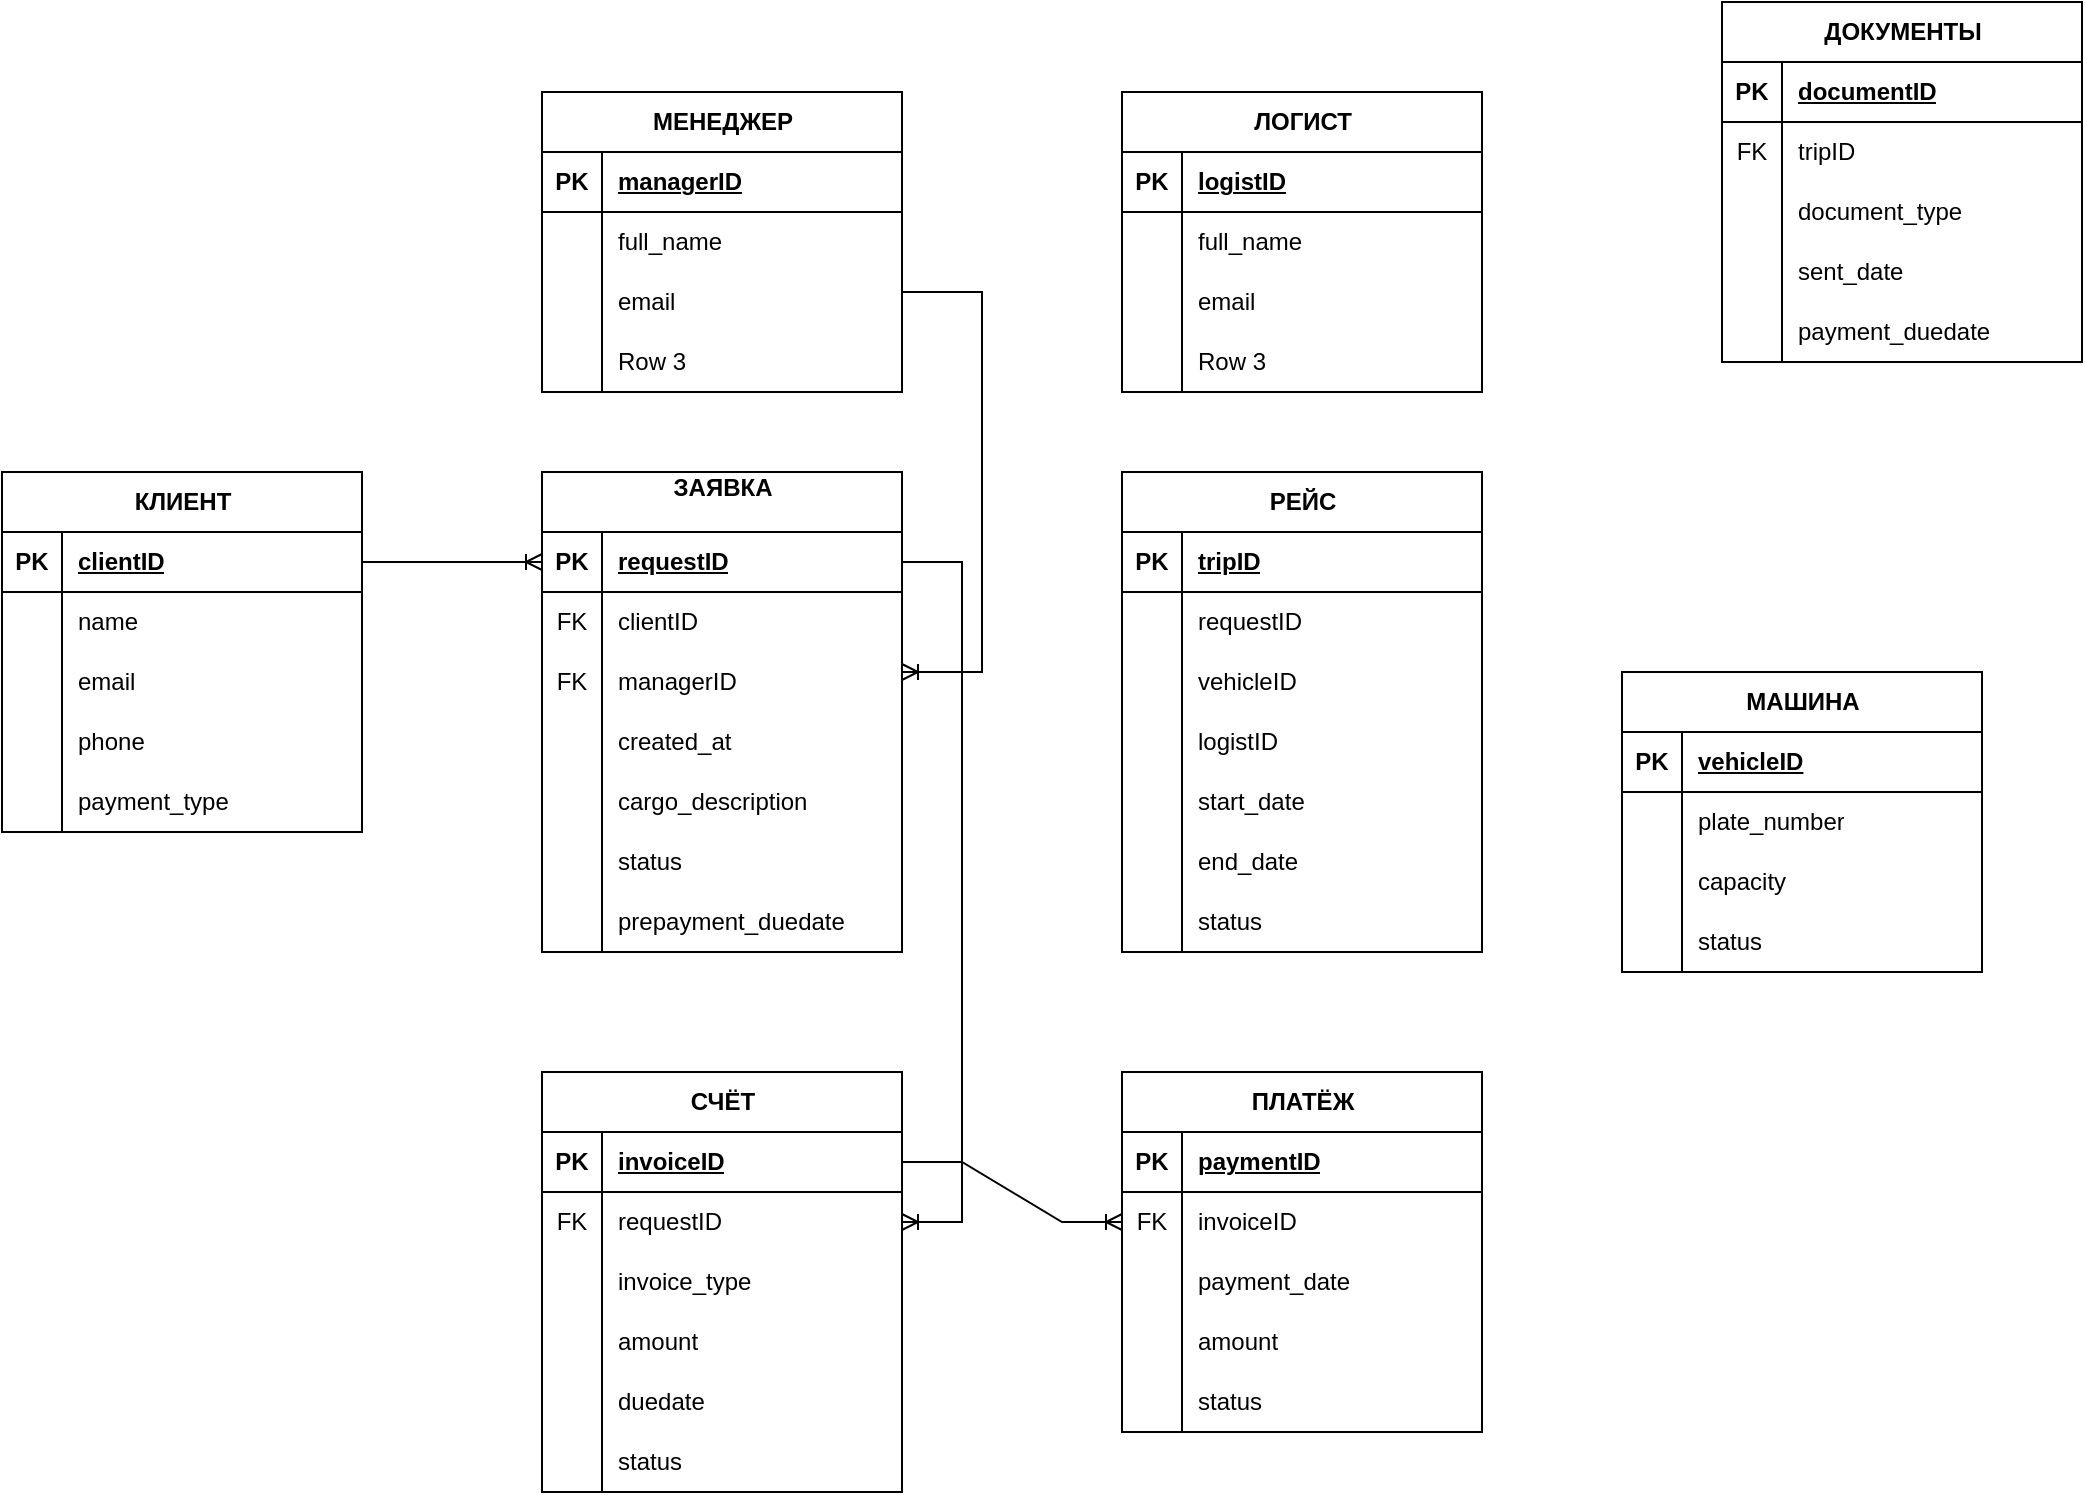
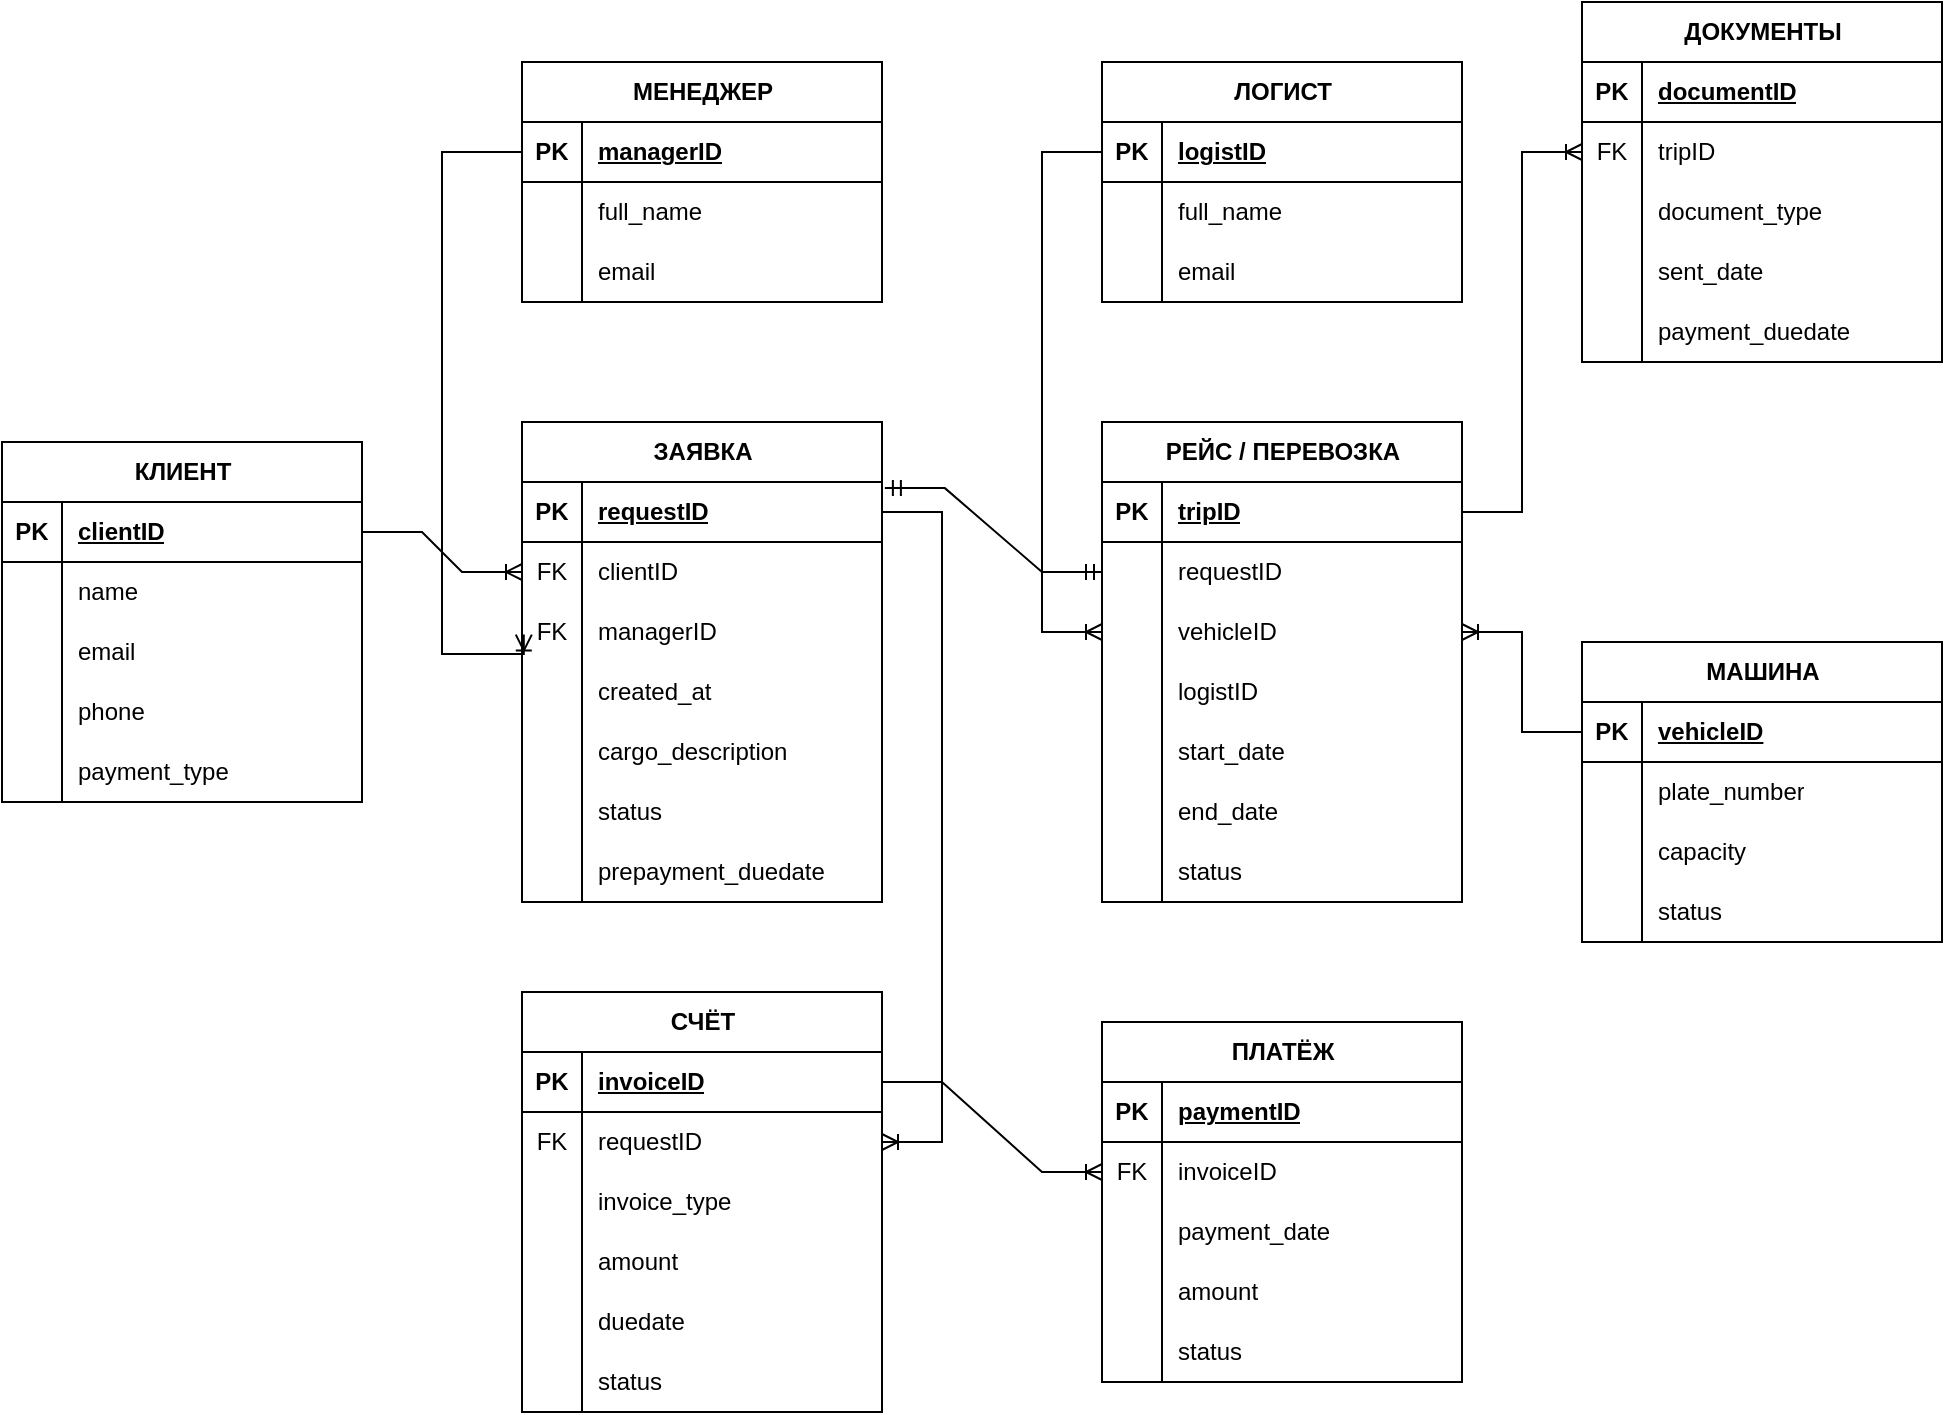
<mxfile host="app.diagrams.net" agent="5.0 (Macintosh; Intel Mac OS X 10_14_6) AppleWebKit/537.36 (KHTML, like Gecko) Chrome/83.0.4103.116 Safari/537.36">
  <diagram id="R2lEEEUBdFMjLlhIrx00" name="Page-1">
-     <mxGraphModel dx="1781" dy="855" grid="1" gridSize="10" guides="1" tooltips="1" connect="1" arrows="1" fold="1" page="1" pageScale="1" pageWidth="850" pageHeight="1100" math="0" shadow="0" extFonts="Permanent Marker^https://fonts.googleapis.com/css?family=Permanent+Marker">
+     <mxGraphModel dx="1875" dy="900" grid="1" gridSize="10" guides="1" tooltips="1" connect="1" arrows="1" fold="1" page="1" pageScale="1" pageWidth="850" pageHeight="1100" math="0" shadow="0" extFonts="Permanent Marker^https://fonts.googleapis.com/css?family=Permanent+Marker">
      <root>
        <mxCell id="0" />
        <mxCell id="1" parent="0" />
        <mxCell id="OnuUYCShp_7tIGQlhjLA-103" parent="1" style="shape=table;startSize=30;container=1;collapsible=1;childLayout=tableLayout;fixedRows=1;rowLines=0;fontStyle=1;align=center;resizeLast=1;html=1;" value="КЛИЕНТ" vertex="1">
-           <mxGeometry height="180" width="180" x="130" y="380" as="geometry" />
+           <mxGeometry height="180" width="180" x="140" y="380" as="geometry" />
        </mxCell>
        <mxCell id="OnuUYCShp_7tIGQlhjLA-104" parent="OnuUYCShp_7tIGQlhjLA-103" style="shape=tableRow;horizontal=0;startSize=0;swimlaneHead=0;swimlaneBody=0;fillColor=none;collapsible=0;dropTarget=0;points=[[0,0.5],[1,0.5]];portConstraint=eastwest;top=0;left=0;right=0;bottom=1;" value="" vertex="1">
          <mxGeometry height="30" width="180" y="30" as="geometry" />
        </mxCell>
        <mxCell id="OnuUYCShp_7tIGQlhjLA-105" parent="OnuUYCShp_7tIGQlhjLA-104" style="shape=partialRectangle;connectable=0;fillColor=none;top=0;left=0;bottom=0;right=0;fontStyle=1;overflow=hidden;whiteSpace=wrap;html=1;" value="PK" vertex="1">
          <mxGeometry height="30" width="30" as="geometry">
            <mxRectangle height="30" width="30" as="alternateBounds" />
          </mxGeometry>
        </mxCell>
        <mxCell id="OnuUYCShp_7tIGQlhjLA-106" parent="OnuUYCShp_7tIGQlhjLA-104" style="shape=partialRectangle;connectable=0;fillColor=none;top=0;left=0;bottom=0;right=0;align=left;spacingLeft=6;fontStyle=5;overflow=hidden;whiteSpace=wrap;html=1;" value="clientID" vertex="1">
          <mxGeometry height="30" width="150" x="30" as="geometry">
            <mxRectangle height="30" width="150" as="alternateBounds" />
          </mxGeometry>
        </mxCell>
        <mxCell id="OnuUYCShp_7tIGQlhjLA-107" parent="OnuUYCShp_7tIGQlhjLA-103" style="shape=tableRow;horizontal=0;startSize=0;swimlaneHead=0;swimlaneBody=0;fillColor=none;collapsible=0;dropTarget=0;points=[[0,0.5],[1,0.5]];portConstraint=eastwest;top=0;left=0;right=0;bottom=0;" value="" vertex="1">
          <mxGeometry height="30" width="180" y="60" as="geometry" />
        </mxCell>
        <mxCell id="OnuUYCShp_7tIGQlhjLA-108" parent="OnuUYCShp_7tIGQlhjLA-107" style="shape=partialRectangle;connectable=0;fillColor=none;top=0;left=0;bottom=0;right=0;editable=1;overflow=hidden;whiteSpace=wrap;html=1;" value="" vertex="1">
          <mxGeometry height="30" width="30" as="geometry">
            <mxRectangle height="30" width="30" as="alternateBounds" />
          </mxGeometry>
        </mxCell>
        <mxCell id="OnuUYCShp_7tIGQlhjLA-109" parent="OnuUYCShp_7tIGQlhjLA-107" style="shape=partialRectangle;connectable=0;fillColor=none;top=0;left=0;bottom=0;right=0;align=left;spacingLeft=6;overflow=hidden;whiteSpace=wrap;html=1;" value="name" vertex="1">
          <mxGeometry height="30" width="150" x="30" as="geometry">
            <mxRectangle height="30" width="150" as="alternateBounds" />
          </mxGeometry>
        </mxCell>
        <mxCell id="OnuUYCShp_7tIGQlhjLA-110" parent="OnuUYCShp_7tIGQlhjLA-103" style="shape=tableRow;horizontal=0;startSize=0;swimlaneHead=0;swimlaneBody=0;fillColor=none;collapsible=0;dropTarget=0;points=[[0,0.5],[1,0.5]];portConstraint=eastwest;top=0;left=0;right=0;bottom=0;" value="" vertex="1">
          <mxGeometry height="30" width="180" y="90" as="geometry" />
        </mxCell>
        <mxCell id="OnuUYCShp_7tIGQlhjLA-111" parent="OnuUYCShp_7tIGQlhjLA-110" style="shape=partialRectangle;connectable=0;fillColor=none;top=0;left=0;bottom=0;right=0;editable=1;overflow=hidden;whiteSpace=wrap;html=1;" value="" vertex="1">
          <mxGeometry height="30" width="30" as="geometry">
            <mxRectangle height="30" width="30" as="alternateBounds" />
          </mxGeometry>
        </mxCell>
        <mxCell id="OnuUYCShp_7tIGQlhjLA-112" parent="OnuUYCShp_7tIGQlhjLA-110" style="shape=partialRectangle;connectable=0;fillColor=none;top=0;left=0;bottom=0;right=0;align=left;spacingLeft=6;overflow=hidden;whiteSpace=wrap;html=1;" value="email" vertex="1">
          <mxGeometry height="30" width="150" x="30" as="geometry">
            <mxRectangle height="30" width="150" as="alternateBounds" />
          </mxGeometry>
        </mxCell>
        <mxCell id="OnuUYCShp_7tIGQlhjLA-113" parent="OnuUYCShp_7tIGQlhjLA-103" style="shape=tableRow;horizontal=0;startSize=0;swimlaneHead=0;swimlaneBody=0;fillColor=none;collapsible=0;dropTarget=0;points=[[0,0.5],[1,0.5]];portConstraint=eastwest;top=0;left=0;right=0;bottom=0;" value="" vertex="1">
          <mxGeometry height="30" width="180" y="120" as="geometry" />
        </mxCell>
        <mxCell id="OnuUYCShp_7tIGQlhjLA-114" parent="OnuUYCShp_7tIGQlhjLA-113" style="shape=partialRectangle;connectable=0;fillColor=none;top=0;left=0;bottom=0;right=0;editable=1;overflow=hidden;whiteSpace=wrap;html=1;" value="" vertex="1">
          <mxGeometry height="30" width="30" as="geometry">
            <mxRectangle height="30" width="30" as="alternateBounds" />
          </mxGeometry>
        </mxCell>
        <mxCell id="OnuUYCShp_7tIGQlhjLA-115" parent="OnuUYCShp_7tIGQlhjLA-113" style="shape=partialRectangle;connectable=0;fillColor=none;top=0;left=0;bottom=0;right=0;align=left;spacingLeft=6;overflow=hidden;whiteSpace=wrap;html=1;" value="phone" vertex="1">
          <mxGeometry height="30" width="150" x="30" as="geometry">
            <mxRectangle height="30" width="150" as="alternateBounds" />
          </mxGeometry>
        </mxCell>
        <mxCell id="OnuUYCShp_7tIGQlhjLA-211" parent="OnuUYCShp_7tIGQlhjLA-103" style="shape=tableRow;horizontal=0;startSize=0;swimlaneHead=0;swimlaneBody=0;fillColor=none;collapsible=0;dropTarget=0;points=[[0,0.5],[1,0.5]];portConstraint=eastwest;top=0;left=0;right=0;bottom=0;" value="" vertex="1">
          <mxGeometry height="30" width="180" y="150" as="geometry" />
        </mxCell>
        <mxCell id="OnuUYCShp_7tIGQlhjLA-212" parent="OnuUYCShp_7tIGQlhjLA-211" style="shape=partialRectangle;connectable=0;fillColor=none;top=0;left=0;bottom=0;right=0;editable=1;overflow=hidden;whiteSpace=wrap;html=1;" value="" vertex="1">
          <mxGeometry height="30" width="30" as="geometry">
            <mxRectangle height="30" width="30" as="alternateBounds" />
          </mxGeometry>
        </mxCell>
        <mxCell id="OnuUYCShp_7tIGQlhjLA-213" parent="OnuUYCShp_7tIGQlhjLA-211" style="shape=partialRectangle;connectable=0;fillColor=none;top=0;left=0;bottom=0;right=0;align=left;spacingLeft=6;overflow=hidden;whiteSpace=wrap;html=1;" value="payment_type" vertex="1">
          <mxGeometry height="30" width="150" x="30" as="geometry">
            <mxRectangle height="30" width="150" as="alternateBounds" />
          </mxGeometry>
        </mxCell>
-         <mxCell id="OnuUYCShp_7tIGQlhjLA-116" parent="1" style="shape=table;startSize=30;container=1;collapsible=1;childLayout=tableLayout;fixedRows=1;rowLines=0;fontStyle=1;align=center;resizeLast=1;html=1;" value="ЗАЯВКА&lt;div&gt;&lt;br&gt;&lt;/div&gt;" vertex="1">
-           <mxGeometry height="240" width="180" x="400" y="380" as="geometry" />
+         <mxCell id="OnuUYCShp_7tIGQlhjLA-116" parent="1" style="shape=table;startSize=30;container=1;collapsible=1;childLayout=tableLayout;fixedRows=1;rowLines=0;fontStyle=1;align=center;resizeLast=1;html=1;" value="ЗАЯВКА" vertex="1">
+           <mxGeometry height="240" width="180" x="400" y="370" as="geometry" />
        </mxCell>
        <mxCell id="OnuUYCShp_7tIGQlhjLA-117" parent="OnuUYCShp_7tIGQlhjLA-116" style="shape=tableRow;horizontal=0;startSize=0;swimlaneHead=0;swimlaneBody=0;fillColor=none;collapsible=0;dropTarget=0;points=[[0,0.5],[1,0.5]];portConstraint=eastwest;top=0;left=0;right=0;bottom=1;" value="" vertex="1">
          <mxGeometry height="30" width="180" y="30" as="geometry" />
        </mxCell>
        <mxCell id="OnuUYCShp_7tIGQlhjLA-118" parent="OnuUYCShp_7tIGQlhjLA-117" style="shape=partialRectangle;connectable=0;fillColor=none;top=0;left=0;bottom=0;right=0;fontStyle=1;overflow=hidden;whiteSpace=wrap;html=1;" value="PK" vertex="1">
          <mxGeometry height="30" width="30" as="geometry">
            <mxRectangle height="30" width="30" as="alternateBounds" />
          </mxGeometry>
        </mxCell>
        <mxCell id="OnuUYCShp_7tIGQlhjLA-119" parent="OnuUYCShp_7tIGQlhjLA-117" style="shape=partialRectangle;connectable=0;fillColor=none;top=0;left=0;bottom=0;right=0;align=left;spacingLeft=6;fontStyle=5;overflow=hidden;whiteSpace=wrap;html=1;" value="requestID" vertex="1">
          <mxGeometry height="30" width="150" x="30" as="geometry">
            <mxRectangle height="30" width="150" as="alternateBounds" />
          </mxGeometry>
        </mxCell>
        <mxCell id="OnuUYCShp_7tIGQlhjLA-120" parent="OnuUYCShp_7tIGQlhjLA-116" style="shape=tableRow;horizontal=0;startSize=0;swimlaneHead=0;swimlaneBody=0;fillColor=none;collapsible=0;dropTarget=0;points=[[0,0.5],[1,0.5]];portConstraint=eastwest;top=0;left=0;right=0;bottom=0;" value="" vertex="1">
          <mxGeometry height="30" width="180" y="60" as="geometry" />
        </mxCell>
        <mxCell id="OnuUYCShp_7tIGQlhjLA-121" parent="OnuUYCShp_7tIGQlhjLA-120" style="shape=partialRectangle;connectable=0;fillColor=none;top=0;left=0;bottom=0;right=0;editable=1;overflow=hidden;whiteSpace=wrap;html=1;" value="FK" vertex="1">
          <mxGeometry height="30" width="30" as="geometry">
            <mxRectangle height="30" width="30" as="alternateBounds" />
          </mxGeometry>
        </mxCell>
        <mxCell id="OnuUYCShp_7tIGQlhjLA-122" parent="OnuUYCShp_7tIGQlhjLA-120" style="shape=partialRectangle;connectable=0;fillColor=none;top=0;left=0;bottom=0;right=0;align=left;spacingLeft=6;overflow=hidden;whiteSpace=wrap;html=1;" value="clientID" vertex="1">
          <mxGeometry height="30" width="150" x="30" as="geometry">
            <mxRectangle height="30" width="150" as="alternateBounds" />
          </mxGeometry>
        </mxCell>
        <mxCell id="OnuUYCShp_7tIGQlhjLA-123" parent="OnuUYCShp_7tIGQlhjLA-116" style="shape=tableRow;horizontal=0;startSize=0;swimlaneHead=0;swimlaneBody=0;fillColor=none;collapsible=0;dropTarget=0;points=[[0,0.5],[1,0.5]];portConstraint=eastwest;top=0;left=0;right=0;bottom=0;" value="" vertex="1">
          <mxGeometry height="30" width="180" y="90" as="geometry" />
        </mxCell>
        <mxCell id="OnuUYCShp_7tIGQlhjLA-124" parent="OnuUYCShp_7tIGQlhjLA-123" style="shape=partialRectangle;connectable=0;fillColor=none;top=0;left=0;bottom=0;right=0;editable=1;overflow=hidden;whiteSpace=wrap;html=1;" value="FK" vertex="1">
          <mxGeometry height="30" width="30" as="geometry">
            <mxRectangle height="30" width="30" as="alternateBounds" />
          </mxGeometry>
        </mxCell>
        <mxCell id="OnuUYCShp_7tIGQlhjLA-125" parent="OnuUYCShp_7tIGQlhjLA-123" style="shape=partialRectangle;connectable=0;fillColor=none;top=0;left=0;bottom=0;right=0;align=left;spacingLeft=6;overflow=hidden;whiteSpace=wrap;html=1;" value="managerID" vertex="1">
          <mxGeometry height="30" width="150" x="30" as="geometry">
            <mxRectangle height="30" width="150" as="alternateBounds" />
          </mxGeometry>
        </mxCell>
        <mxCell id="OnuUYCShp_7tIGQlhjLA-126" parent="OnuUYCShp_7tIGQlhjLA-116" style="shape=tableRow;horizontal=0;startSize=0;swimlaneHead=0;swimlaneBody=0;fillColor=none;collapsible=0;dropTarget=0;points=[[0,0.5],[1,0.5]];portConstraint=eastwest;top=0;left=0;right=0;bottom=0;" value="" vertex="1">
          <mxGeometry height="30" width="180" y="120" as="geometry" />
        </mxCell>
        <mxCell id="OnuUYCShp_7tIGQlhjLA-127" parent="OnuUYCShp_7tIGQlhjLA-126" style="shape=partialRectangle;connectable=0;fillColor=none;top=0;left=0;bottom=0;right=0;editable=1;overflow=hidden;whiteSpace=wrap;html=1;" value="" vertex="1">
          <mxGeometry height="30" width="30" as="geometry">
            <mxRectangle height="30" width="30" as="alternateBounds" />
          </mxGeometry>
        </mxCell>
        <mxCell id="OnuUYCShp_7tIGQlhjLA-128" parent="OnuUYCShp_7tIGQlhjLA-126" style="shape=partialRectangle;connectable=0;fillColor=none;top=0;left=0;bottom=0;right=0;align=left;spacingLeft=6;overflow=hidden;whiteSpace=wrap;html=1;" value="created_at" vertex="1">
          <mxGeometry height="30" width="150" x="30" as="geometry">
            <mxRectangle height="30" width="150" as="alternateBounds" />
          </mxGeometry>
        </mxCell>
        <mxCell id="OnuUYCShp_7tIGQlhjLA-227" parent="OnuUYCShp_7tIGQlhjLA-116" style="shape=tableRow;horizontal=0;startSize=0;swimlaneHead=0;swimlaneBody=0;fillColor=none;collapsible=0;dropTarget=0;points=[[0,0.5],[1,0.5]];portConstraint=eastwest;top=0;left=0;right=0;bottom=0;" value="" vertex="1">
          <mxGeometry height="30" width="180" y="150" as="geometry" />
        </mxCell>
        <mxCell id="OnuUYCShp_7tIGQlhjLA-228" parent="OnuUYCShp_7tIGQlhjLA-227" style="shape=partialRectangle;connectable=0;fillColor=none;top=0;left=0;bottom=0;right=0;editable=1;overflow=hidden;whiteSpace=wrap;html=1;" value="" vertex="1">
          <mxGeometry height="30" width="30" as="geometry">
            <mxRectangle height="30" width="30" as="alternateBounds" />
          </mxGeometry>
        </mxCell>
        <mxCell id="OnuUYCShp_7tIGQlhjLA-229" parent="OnuUYCShp_7tIGQlhjLA-227" style="shape=partialRectangle;connectable=0;fillColor=none;top=0;left=0;bottom=0;right=0;align=left;spacingLeft=6;overflow=hidden;whiteSpace=wrap;html=1;" value="cargo_description" vertex="1">
          <mxGeometry height="30" width="150" x="30" as="geometry">
            <mxRectangle height="30" width="150" as="alternateBounds" />
          </mxGeometry>
        </mxCell>
        <mxCell id="OnuUYCShp_7tIGQlhjLA-230" parent="OnuUYCShp_7tIGQlhjLA-116" style="shape=tableRow;horizontal=0;startSize=0;swimlaneHead=0;swimlaneBody=0;fillColor=none;collapsible=0;dropTarget=0;points=[[0,0.5],[1,0.5]];portConstraint=eastwest;top=0;left=0;right=0;bottom=0;" value="" vertex="1">
          <mxGeometry height="30" width="180" y="180" as="geometry" />
        </mxCell>
        <mxCell id="OnuUYCShp_7tIGQlhjLA-231" parent="OnuUYCShp_7tIGQlhjLA-230" style="shape=partialRectangle;connectable=0;fillColor=none;top=0;left=0;bottom=0;right=0;editable=1;overflow=hidden;whiteSpace=wrap;html=1;" value="" vertex="1">
          <mxGeometry height="30" width="30" as="geometry">
            <mxRectangle height="30" width="30" as="alternateBounds" />
          </mxGeometry>
        </mxCell>
        <mxCell id="OnuUYCShp_7tIGQlhjLA-232" parent="OnuUYCShp_7tIGQlhjLA-230" style="shape=partialRectangle;connectable=0;fillColor=none;top=0;left=0;bottom=0;right=0;align=left;spacingLeft=6;overflow=hidden;whiteSpace=wrap;html=1;" value="status" vertex="1">
          <mxGeometry height="30" width="150" x="30" as="geometry">
            <mxRectangle height="30" width="150" as="alternateBounds" />
          </mxGeometry>
        </mxCell>
        <mxCell id="OnuUYCShp_7tIGQlhjLA-233" parent="OnuUYCShp_7tIGQlhjLA-116" style="shape=tableRow;horizontal=0;startSize=0;swimlaneHead=0;swimlaneBody=0;fillColor=none;collapsible=0;dropTarget=0;points=[[0,0.5],[1,0.5]];portConstraint=eastwest;top=0;left=0;right=0;bottom=0;" value="" vertex="1">
          <mxGeometry height="30" width="180" y="210" as="geometry" />
        </mxCell>
        <mxCell id="OnuUYCShp_7tIGQlhjLA-234" parent="OnuUYCShp_7tIGQlhjLA-233" style="shape=partialRectangle;connectable=0;fillColor=none;top=0;left=0;bottom=0;right=0;editable=1;overflow=hidden;whiteSpace=wrap;html=1;" value="" vertex="1">
          <mxGeometry height="30" width="30" as="geometry">
            <mxRectangle height="30" width="30" as="alternateBounds" />
          </mxGeometry>
        </mxCell>
        <mxCell id="OnuUYCShp_7tIGQlhjLA-235" parent="OnuUYCShp_7tIGQlhjLA-233" style="shape=partialRectangle;connectable=0;fillColor=none;top=0;left=0;bottom=0;right=0;align=left;spacingLeft=6;overflow=hidden;whiteSpace=wrap;html=1;" value="prepayment_duedate" vertex="1">
          <mxGeometry height="30" width="150" x="30" as="geometry">
            <mxRectangle height="30" width="150" as="alternateBounds" />
          </mxGeometry>
        </mxCell>
        <mxCell id="OnuUYCShp_7tIGQlhjLA-129" parent="1" style="shape=table;startSize=30;container=1;collapsible=1;childLayout=tableLayout;fixedRows=1;rowLines=0;fontStyle=1;align=center;resizeLast=1;html=1;" value="СЧЁТ" vertex="1">
-           <mxGeometry height="210" width="180" x="400" y="680" as="geometry" />
+           <mxGeometry height="210" width="180" x="400" y="655" as="geometry" />
        </mxCell>
        <mxCell id="OnuUYCShp_7tIGQlhjLA-130" parent="OnuUYCShp_7tIGQlhjLA-129" style="shape=tableRow;horizontal=0;startSize=0;swimlaneHead=0;swimlaneBody=0;fillColor=none;collapsible=0;dropTarget=0;points=[[0,0.5],[1,0.5]];portConstraint=eastwest;top=0;left=0;right=0;bottom=1;" value="" vertex="1">
          <mxGeometry height="30" width="180" y="30" as="geometry" />
        </mxCell>
        <mxCell id="OnuUYCShp_7tIGQlhjLA-131" parent="OnuUYCShp_7tIGQlhjLA-130" style="shape=partialRectangle;connectable=0;fillColor=none;top=0;left=0;bottom=0;right=0;fontStyle=1;overflow=hidden;whiteSpace=wrap;html=1;" value="PK" vertex="1">
          <mxGeometry height="30" width="30" as="geometry">
            <mxRectangle height="30" width="30" as="alternateBounds" />
          </mxGeometry>
        </mxCell>
        <mxCell id="OnuUYCShp_7tIGQlhjLA-132" parent="OnuUYCShp_7tIGQlhjLA-130" style="shape=partialRectangle;connectable=0;fillColor=none;top=0;left=0;bottom=0;right=0;align=left;spacingLeft=6;fontStyle=5;overflow=hidden;whiteSpace=wrap;html=1;" value="invoiceID" vertex="1">
          <mxGeometry height="30" width="150" x="30" as="geometry">
            <mxRectangle height="30" width="150" as="alternateBounds" />
          </mxGeometry>
        </mxCell>
        <mxCell id="OnuUYCShp_7tIGQlhjLA-133" parent="OnuUYCShp_7tIGQlhjLA-129" style="shape=tableRow;horizontal=0;startSize=0;swimlaneHead=0;swimlaneBody=0;fillColor=none;collapsible=0;dropTarget=0;points=[[0,0.5],[1,0.5]];portConstraint=eastwest;top=0;left=0;right=0;bottom=0;" value="" vertex="1">
          <mxGeometry height="30" width="180" y="60" as="geometry" />
        </mxCell>
        <mxCell id="OnuUYCShp_7tIGQlhjLA-134" parent="OnuUYCShp_7tIGQlhjLA-133" style="shape=partialRectangle;connectable=0;fillColor=none;top=0;left=0;bottom=0;right=0;editable=1;overflow=hidden;whiteSpace=wrap;html=1;" value="FK" vertex="1">
          <mxGeometry height="30" width="30" as="geometry">
            <mxRectangle height="30" width="30" as="alternateBounds" />
          </mxGeometry>
        </mxCell>
        <mxCell id="OnuUYCShp_7tIGQlhjLA-135" parent="OnuUYCShp_7tIGQlhjLA-133" style="shape=partialRectangle;connectable=0;fillColor=none;top=0;left=0;bottom=0;right=0;align=left;spacingLeft=6;overflow=hidden;whiteSpace=wrap;html=1;" value="requestID" vertex="1">
          <mxGeometry height="30" width="150" x="30" as="geometry">
            <mxRectangle height="30" width="150" as="alternateBounds" />
          </mxGeometry>
        </mxCell>
        <mxCell id="OnuUYCShp_7tIGQlhjLA-136" parent="OnuUYCShp_7tIGQlhjLA-129" style="shape=tableRow;horizontal=0;startSize=0;swimlaneHead=0;swimlaneBody=0;fillColor=none;collapsible=0;dropTarget=0;points=[[0,0.5],[1,0.5]];portConstraint=eastwest;top=0;left=0;right=0;bottom=0;" value="" vertex="1">
          <mxGeometry height="30" width="180" y="90" as="geometry" />
        </mxCell>
        <mxCell id="OnuUYCShp_7tIGQlhjLA-137" parent="OnuUYCShp_7tIGQlhjLA-136" style="shape=partialRectangle;connectable=0;fillColor=none;top=0;left=0;bottom=0;right=0;editable=1;overflow=hidden;whiteSpace=wrap;html=1;" value="" vertex="1">
          <mxGeometry height="30" width="30" as="geometry">
            <mxRectangle height="30" width="30" as="alternateBounds" />
          </mxGeometry>
        </mxCell>
        <mxCell id="OnuUYCShp_7tIGQlhjLA-138" parent="OnuUYCShp_7tIGQlhjLA-136" style="shape=partialRectangle;connectable=0;fillColor=none;top=0;left=0;bottom=0;right=0;align=left;spacingLeft=6;overflow=hidden;whiteSpace=wrap;html=1;" value="invoice_type" vertex="1">
          <mxGeometry height="30" width="150" x="30" as="geometry">
            <mxRectangle height="30" width="150" as="alternateBounds" />
          </mxGeometry>
        </mxCell>
        <mxCell id="OnuUYCShp_7tIGQlhjLA-139" parent="OnuUYCShp_7tIGQlhjLA-129" style="shape=tableRow;horizontal=0;startSize=0;swimlaneHead=0;swimlaneBody=0;fillColor=none;collapsible=0;dropTarget=0;points=[[0,0.5],[1,0.5]];portConstraint=eastwest;top=0;left=0;right=0;bottom=0;" value="" vertex="1">
          <mxGeometry height="30" width="180" y="120" as="geometry" />
        </mxCell>
        <mxCell id="OnuUYCShp_7tIGQlhjLA-140" parent="OnuUYCShp_7tIGQlhjLA-139" style="shape=partialRectangle;connectable=0;fillColor=none;top=0;left=0;bottom=0;right=0;editable=1;overflow=hidden;whiteSpace=wrap;html=1;" value="" vertex="1">
          <mxGeometry height="30" width="30" as="geometry">
            <mxRectangle height="30" width="30" as="alternateBounds" />
          </mxGeometry>
        </mxCell>
        <mxCell id="OnuUYCShp_7tIGQlhjLA-141" parent="OnuUYCShp_7tIGQlhjLA-139" style="shape=partialRectangle;connectable=0;fillColor=none;top=0;left=0;bottom=0;right=0;align=left;spacingLeft=6;overflow=hidden;whiteSpace=wrap;html=1;" value="amount" vertex="1">
          <mxGeometry height="30" width="150" x="30" as="geometry">
            <mxRectangle height="30" width="150" as="alternateBounds" />
          </mxGeometry>
        </mxCell>
        <mxCell id="OnuUYCShp_7tIGQlhjLA-236" parent="OnuUYCShp_7tIGQlhjLA-129" style="shape=tableRow;horizontal=0;startSize=0;swimlaneHead=0;swimlaneBody=0;fillColor=none;collapsible=0;dropTarget=0;points=[[0,0.5],[1,0.5]];portConstraint=eastwest;top=0;left=0;right=0;bottom=0;" value="" vertex="1">
          <mxGeometry height="30" width="180" y="150" as="geometry" />
        </mxCell>
        <mxCell id="OnuUYCShp_7tIGQlhjLA-237" parent="OnuUYCShp_7tIGQlhjLA-236" style="shape=partialRectangle;connectable=0;fillColor=none;top=0;left=0;bottom=0;right=0;editable=1;overflow=hidden;whiteSpace=wrap;html=1;" value="" vertex="1">
          <mxGeometry height="30" width="30" as="geometry">
            <mxRectangle height="30" width="30" as="alternateBounds" />
          </mxGeometry>
        </mxCell>
        <mxCell id="OnuUYCShp_7tIGQlhjLA-238" parent="OnuUYCShp_7tIGQlhjLA-236" style="shape=partialRectangle;connectable=0;fillColor=none;top=0;left=0;bottom=0;right=0;align=left;spacingLeft=6;overflow=hidden;whiteSpace=wrap;html=1;" value="duedate" vertex="1">
          <mxGeometry height="30" width="150" x="30" as="geometry">
            <mxRectangle height="30" width="150" as="alternateBounds" />
          </mxGeometry>
        </mxCell>
        <mxCell id="OnuUYCShp_7tIGQlhjLA-239" parent="OnuUYCShp_7tIGQlhjLA-129" style="shape=tableRow;horizontal=0;startSize=0;swimlaneHead=0;swimlaneBody=0;fillColor=none;collapsible=0;dropTarget=0;points=[[0,0.5],[1,0.5]];portConstraint=eastwest;top=0;left=0;right=0;bottom=0;" value="" vertex="1">
          <mxGeometry height="30" width="180" y="180" as="geometry" />
        </mxCell>
        <mxCell id="OnuUYCShp_7tIGQlhjLA-240" parent="OnuUYCShp_7tIGQlhjLA-239" style="shape=partialRectangle;connectable=0;fillColor=none;top=0;left=0;bottom=0;right=0;editable=1;overflow=hidden;whiteSpace=wrap;html=1;" value="" vertex="1">
          <mxGeometry height="30" width="30" as="geometry">
            <mxRectangle height="30" width="30" as="alternateBounds" />
          </mxGeometry>
        </mxCell>
        <mxCell id="OnuUYCShp_7tIGQlhjLA-241" parent="OnuUYCShp_7tIGQlhjLA-239" style="shape=partialRectangle;connectable=0;fillColor=none;top=0;left=0;bottom=0;right=0;align=left;spacingLeft=6;overflow=hidden;whiteSpace=wrap;html=1;" value="status" vertex="1">
          <mxGeometry height="30" width="150" x="30" as="geometry">
            <mxRectangle height="30" width="150" as="alternateBounds" />
          </mxGeometry>
        </mxCell>
-         <mxCell id="OnuUYCShp_7tIGQlhjLA-142" parent="1" style="shape=table;startSize=30;container=1;collapsible=1;childLayout=tableLayout;fixedRows=1;rowLines=0;fontStyle=1;align=center;resizeLast=1;html=1;" value="РЕЙС&lt;span style=&quot;color: rgba(0, 0, 0, 0); font-family: monospace; font-size: 0px; font-weight: 400; text-align: start;&quot;&gt;%3CmxGraphModel%3E%3Croot%3E%3CmxCell%20id%3D%220%22%2F%3E%3CmxCell%20id%3D%221%22%20parent%3D%220%22%2F%3E%3CmxCell%20id%3D%222%22%20parent%3D%221%22%20style%3D%22shape%3Dtable%3BstartSize%3D30%3Bcontainer%3D1%3Bcollapsible%3D1%3BchildLayout%3DtableLayout%3BfixedRows%3D1%3BrowLines%3D0%3BfontStyle%3D1%3Balign%3Dcenter%3BresizeLast%3D1%3Bhtml%3D1%3B%22%20value%3D%22%D0%9A%D0%9B%D0%98%D0%95%D0%9D%D0%A2%22%20vertex%3D%221%22%3E%3CmxGeometry%20height%3D%22150%22%20width%3D%22180%22%20x%3D%2270%22%20y%3D%22410%22%20as%3D%22geometry%22%2F%3E%3C%2FmxCell%3E%3CmxCell%20id%3D%223%22%20parent%3D%222%22%20style%3D%22shape%3DtableRow%3Bhorizontal%3D0%3BstartSize%3D0%3BswimlaneHead%3D0%3BswimlaneBody%3D0%3BfillColor%3Dnone%3Bcollapsible%3D0%3BdropTarget%3D0%3Bpoints%3D%5B%5B0%2C0.5%5D%2C%5B1%2C0.5%5D%5D%3BportConstraint%3Deastwest%3Btop%3D0%3Bleft%3D0%3Bright%3D0%3Bbottom%3D1%3B%22%20value%3D%22%22%20vertex%3D%221%22%3E%3CmxGeometry%20height%3D%2230%22%20width%3D%22180%22%20y%3D%2230%22%20as%3D%22geometry%22%2F%3E%3C%2FmxCell%3E%3CmxCell%20id%3D%224%22%20parent%3D%223%22%20style%3D%22shape%3DpartialRectangle%3Bconnectable%3D0%3BfillColor%3Dnone%3Btop%3D0%3Bleft%3D0%3Bbottom%3D0%3Bright%3D0%3BfontStyle%3D1%3Boverflow%3Dhidden%3BwhiteSpace%3Dwrap%3Bhtml%3D1%3B%22%20value%3D%22PK%22%20vertex%3D%221%22%3E%3CmxGeometry%20height%3D%2230%22%20width%3D%2230%22%20as%3D%22geometry%22%3E%3CmxRectangle%20height%3D%2230%22%20width%3D%2230%22%20as%3D%22alternateBounds%22%2F%3E%3C%2FmxGeometry%3E%3C%2FmxCell%3E%3CmxCell%20id%3D%225%22%20parent%3D%223%22%20style%3D%22shape%3DpartialRectangle%3Bconnectable%3D0%3BfillColor%3Dnone%3Btop%3D0%3Bleft%3D0%3Bbottom%3D0%3Bright%3D0%3Balign%3Dleft%3BspacingLeft%3D6%3BfontStyle%3D5%3Boverflow%3Dhidden%3BwhiteSpace%3Dwrap%3Bhtml%3D1%3B%22%20value%3D%22UniqueID%22%20vertex%3D%221%22%3E%3CmxGeometry%20height%3D%2230%22%20width%3D%22150%22%20x%3D%2230%22%20as%3D%22geometry%22%3E%3CmxRectangle%20height%3D%2230%22%20width%3D%22150%22%20as%3D%22alternateBounds%22%2F%3E%3C%2FmxGeometry%3E%3C%2FmxCell%3E%3CmxCell%20id%3D%226%22%20parent%3D%222%22%20style%3D%22shape%3DtableRow%3Bhorizontal%3D0%3BstartSize%3D0%3BswimlaneHead%3D0%3BswimlaneBody%3D0%3BfillColor%3Dnone%3Bcollapsible%3D0%3BdropTarget%3D0%3Bpoints%3D%5B%5B0%2C0.5%5D%2C%5B1%2C0.5%5D%5D%3BportConstraint%3Deastwest%3Btop%3D0%3Bleft%3D0%3Bright%3D0%3Bbottom%3D0%3B%22%20value%3D%22%22%20vertex%3D%221%22%3E%3CmxGeometry%20height%3D%2230%22%20width%3D%22180%22%20y%3D%2260%22%20as%3D%22geometry%22%2F%3E%3C%2FmxCell%3E%3CmxCell%20id%3D%227%22%20parent%3D%226%22%20style%3D%22shape%3DpartialRectangle%3Bconnectable%3D0%3BfillColor%3Dnone%3Btop%3D0%3Bleft%3D0%3Bbottom%3D0%3Bright%3D0%3Beditable%3D1%3Boverflow%3Dhidden%3BwhiteSpace%3Dwrap%3Bhtml%3D1%3B%22%20value%3D%22%22%20vertex%3D%221%22%3E%3CmxGeometry%20height%3D%2230%22%20width%3D%2230%22%20as%3D%22geometry%22%3E%3CmxRectangle%20height%3D%2230%22%20width%3D%2230%22%20as%3D%22alternateBounds%22%2F%3E%3C%2FmxGeometry%3E%3C%2FmxCell%3E%3CmxCell%20id%3D%228%22%20parent%3D%226%22%20style%3D%22shape%3DpartialRectangle%3Bconnectable%3D0%3BfillColor%3Dnone%3Btop%3D0%3Bleft%3D0%3Bbottom%3D0%3Bright%3D0%3Balign%3Dleft%3BspacingLeft%3D6%3Boverflow%3Dhidden%3BwhiteSpace%3Dwrap%3Bhtml%3D1%3B%22%20value%3D%22Row%201%22%20vertex%3D%221%22%3E%3CmxGeometry%20height%3D%2230%22%20width%3D%22150%22%20x%3D%2230%22%20as%3D%22geometry%22%3E%3CmxRectangle%20height%3D%2230%22%20width%3D%22150%22%20as%3D%22alternateBounds%22%2F%3E%3C%2FmxGeometry%3E%3C%2FmxCell%3E%3CmxCell%20id%3D%229%22%20parent%3D%222%22%20style%3D%22shape%3DtableRow%3Bhorizontal%3D0%3BstartSize%3D0%3BswimlaneHead%3D0%3BswimlaneBody%3D0%3BfillColor%3Dnone%3Bcollapsible%3D0%3BdropTarget%3D0%3Bpoints%3D%5B%5B0%2C0.5%5D%2C%5B1%2C0.5%5D%5D%3BportConstraint%3Deastwest%3Btop%3D0%3Bleft%3D0%3Bright%3D0%3Bbottom%3D0%3B%22%20value%3D%22%22%20vertex%3D%221%22%3E%3CmxGeometry%20height%3D%2230%22%20width%3D%22180%22%20y%3D%2290%22%20as%3D%22geometry%22%2F%3E%3C%2FmxCell%3E%3CmxCell%20id%3D%2210%22%20parent%3D%229%22%20style%3D%22shape%3DpartialRectangle%3Bconnectable%3D0%3BfillColor%3Dnone%3Btop%3D0%3Bleft%3D0%3Bbottom%3D0%3Bright%3D0%3Beditable%3D1%3Boverflow%3Dhidden%3BwhiteSpace%3Dwrap%3Bhtml%3D1%3B%22%20value%3D%22%22%20vertex%3D%221%22%3E%3CmxGeometry%20height%3D%2230%22%20width%3D%2230%22%20as%3D%22geometry%22%3E%3CmxRectangle%20height%3D%2230%22%20width%3D%2230%22%20as%3D%22alternateBounds%22%2F%3E%3C%2FmxGeometry%3E%3C%2FmxCell%3E%3CmxCell%20id%3D%2211%22%20parent%3D%229%22%20style%3D%22shape%3DpartialRectangle%3Bconnectable%3D0%3BfillColor%3Dnone%3Btop%3D0%3Bleft%3D0%3Bbottom%3D0%3Bright%3D0%3Balign%3Dleft%3BspacingLeft%3D6%3Boverflow%3Dhidden%3BwhiteSpace%3Dwrap%3Bhtml%3D1%3B%22%20value%3D%22Row%202%22%20vertex%3D%221%22%3E%3CmxGeometry%20height%3D%2230%22%20width%3D%22150%22%20x%3D%2230%22%20as%3D%22geometry%22%3E%3CmxRectangle%20height%3D%2230%22%20width%3D%22150%22%20as%3D%22alternateBounds%22%2F%3E%3C%2FmxGeometry%3E%3C%2FmxCell%3E%3CmxCell%20id%3D%2212%22%20parent%3D%222%22%20style%3D%22shape%3DtableRow%3Bhorizontal%3D0%3BstartSize%3D0%3BswimlaneHead%3D0%3BswimlaneBody%3D0%3BfillColor%3Dnone%3Bcollapsible%3D0%3BdropTarget%3D0%3Bpoints%3D%5B%5B0%2C0.5%5D%2C%5B1%2C0.5%5D%5D%3BportConstraint%3Deastwest%3Btop%3D0%3Bleft%3D0%3Bright%3D0%3Bbottom%3D0%3B%22%20value%3D%22%22%20vertex%3D%221%22%3E%3CmxGeometry%20height%3D%2230%22%20width%3D%22180%22%20y%3D%22120%22%20as%3D%22geometry%22%2F%3E%3C%2FmxCell%3E%3CmxCell%20id%3D%2213%22%20parent%3D%2212%22%20style%3D%22shape%3DpartialRectangle%3Bconnectable%3D0%3BfillColor%3Dnone%3Btop%3D0%3Bleft%3D0%3Bbottom%3D0%3Bright%3D0%3Beditable%3D1%3Boverflow%3Dhidden%3BwhiteSpace%3Dwrap%3Bhtml%3D1%3B%22%20value%3D%22%22%20vertex%3D%221%22%3E%3CmxGeometry%20height%3D%2230%22%20width%3D%2230%22%20as%3D%22geometry%22%3E%3CmxRectangle%20height%3D%2230%22%20width%3D%2230%22%20as%3D%22alternateBounds%22%2F%3E%3C%2FmxGeometry%3E%3C%2FmxCell%3E%3CmxCell%20id%3D%2214%22%20parent%3D%2212%22%20style%3D%22shape%3DpartialRectangle%3Bconnectable%3D0%3BfillColor%3Dnone%3Btop%3D0%3Bleft%3D0%3Bbottom%3D0%3Bright%3D0%3Balign%3Dleft%3BspacingLeft%3D6%3Boverflow%3Dhidden%3BwhiteSpace%3Dwrap%3Bhtml%3D1%3B%22%20value%3D%22Row%203%22%20vertex%3D%221%22%3E%3CmxGeometry%20height%3D%2230%22%20width%3D%22150%22%20x%3D%2230%22%20as%3D%22geometry%22%3E%3CmxRectangle%20height%3D%2230%22%20width%3D%22150%22%20as%3D%22alternateBounds%22%2F%3E%3C%2FmxGeometry%3E%3C%2FmxCell%3E%3C%2Froot%3E%3C%2FmxGraphModel%3E&lt;/span&gt;" vertex="1">
-           <mxGeometry height="240" width="180" x="690" y="380" as="geometry" />
+         <mxCell id="OnuUYCShp_7tIGQlhjLA-142" parent="1" style="shape=table;startSize=30;container=1;collapsible=1;childLayout=tableLayout;fixedRows=1;rowLines=0;fontStyle=1;align=center;resizeLast=1;html=1;" value="РЕЙС / ПЕРЕВОЗКА" vertex="1">
+           <mxGeometry height="240" width="180" x="690" y="370" as="geometry" />
        </mxCell>
        <mxCell id="OnuUYCShp_7tIGQlhjLA-143" parent="OnuUYCShp_7tIGQlhjLA-142" style="shape=tableRow;horizontal=0;startSize=0;swimlaneHead=0;swimlaneBody=0;fillColor=none;collapsible=0;dropTarget=0;points=[[0,0.5],[1,0.5]];portConstraint=eastwest;top=0;left=0;right=0;bottom=1;" value="" vertex="1">
          <mxGeometry height="30" width="180" y="30" as="geometry" />
        </mxCell>
        <mxCell id="OnuUYCShp_7tIGQlhjLA-144" parent="OnuUYCShp_7tIGQlhjLA-143" style="shape=partialRectangle;connectable=0;fillColor=none;top=0;left=0;bottom=0;right=0;fontStyle=1;overflow=hidden;whiteSpace=wrap;html=1;" value="PK" vertex="1">
          <mxGeometry height="30" width="30" as="geometry">
            <mxRectangle height="30" width="30" as="alternateBounds" />
          </mxGeometry>
        </mxCell>
        <mxCell id="OnuUYCShp_7tIGQlhjLA-145" parent="OnuUYCShp_7tIGQlhjLA-143" style="shape=partialRectangle;connectable=0;fillColor=none;top=0;left=0;bottom=0;right=0;align=left;spacingLeft=6;fontStyle=5;overflow=hidden;whiteSpace=wrap;html=1;" value="tripID" vertex="1">
          <mxGeometry height="30" width="150" x="30" as="geometry">
            <mxRectangle height="30" width="150" as="alternateBounds" />
          </mxGeometry>
        </mxCell>
        <mxCell id="OnuUYCShp_7tIGQlhjLA-146" parent="OnuUYCShp_7tIGQlhjLA-142" style="shape=tableRow;horizontal=0;startSize=0;swimlaneHead=0;swimlaneBody=0;fillColor=none;collapsible=0;dropTarget=0;points=[[0,0.5],[1,0.5]];portConstraint=eastwest;top=0;left=0;right=0;bottom=0;" value="" vertex="1">
          <mxGeometry height="30" width="180" y="60" as="geometry" />
        </mxCell>
        <mxCell id="OnuUYCShp_7tIGQlhjLA-147" parent="OnuUYCShp_7tIGQlhjLA-146" style="shape=partialRectangle;connectable=0;fillColor=none;top=0;left=0;bottom=0;right=0;editable=1;overflow=hidden;whiteSpace=wrap;html=1;" value="" vertex="1">
          <mxGeometry height="30" width="30" as="geometry">
            <mxRectangle height="30" width="30" as="alternateBounds" />
          </mxGeometry>
        </mxCell>
        <mxCell id="OnuUYCShp_7tIGQlhjLA-148" parent="OnuUYCShp_7tIGQlhjLA-146" style="shape=partialRectangle;connectable=0;fillColor=none;top=0;left=0;bottom=0;right=0;align=left;spacingLeft=6;overflow=hidden;whiteSpace=wrap;html=1;" value="requestID" vertex="1">
          <mxGeometry height="30" width="150" x="30" as="geometry">
            <mxRectangle height="30" width="150" as="alternateBounds" />
          </mxGeometry>
        </mxCell>
        <mxCell id="OnuUYCShp_7tIGQlhjLA-149" parent="OnuUYCShp_7tIGQlhjLA-142" style="shape=tableRow;horizontal=0;startSize=0;swimlaneHead=0;swimlaneBody=0;fillColor=none;collapsible=0;dropTarget=0;points=[[0,0.5],[1,0.5]];portConstraint=eastwest;top=0;left=0;right=0;bottom=0;" value="" vertex="1">
          <mxGeometry height="30" width="180" y="90" as="geometry" />
        </mxCell>
        <mxCell id="OnuUYCShp_7tIGQlhjLA-150" parent="OnuUYCShp_7tIGQlhjLA-149" style="shape=partialRectangle;connectable=0;fillColor=none;top=0;left=0;bottom=0;right=0;editable=1;overflow=hidden;whiteSpace=wrap;html=1;" value="" vertex="1">
          <mxGeometry height="30" width="30" as="geometry">
            <mxRectangle height="30" width="30" as="alternateBounds" />
          </mxGeometry>
        </mxCell>
        <mxCell id="OnuUYCShp_7tIGQlhjLA-151" parent="OnuUYCShp_7tIGQlhjLA-149" style="shape=partialRectangle;connectable=0;fillColor=none;top=0;left=0;bottom=0;right=0;align=left;spacingLeft=6;overflow=hidden;whiteSpace=wrap;html=1;" value="vehicleID" vertex="1">
          <mxGeometry height="30" width="150" x="30" as="geometry">
            <mxRectangle height="30" width="150" as="alternateBounds" />
          </mxGeometry>
        </mxCell>
        <mxCell id="OnuUYCShp_7tIGQlhjLA-152" parent="OnuUYCShp_7tIGQlhjLA-142" style="shape=tableRow;horizontal=0;startSize=0;swimlaneHead=0;swimlaneBody=0;fillColor=none;collapsible=0;dropTarget=0;points=[[0,0.5],[1,0.5]];portConstraint=eastwest;top=0;left=0;right=0;bottom=0;" value="" vertex="1">
          <mxGeometry height="30" width="180" y="120" as="geometry" />
        </mxCell>
        <mxCell id="OnuUYCShp_7tIGQlhjLA-153" parent="OnuUYCShp_7tIGQlhjLA-152" style="shape=partialRectangle;connectable=0;fillColor=none;top=0;left=0;bottom=0;right=0;editable=1;overflow=hidden;whiteSpace=wrap;html=1;" value="" vertex="1">
          <mxGeometry height="30" width="30" as="geometry">
            <mxRectangle height="30" width="30" as="alternateBounds" />
          </mxGeometry>
        </mxCell>
        <mxCell id="OnuUYCShp_7tIGQlhjLA-154" parent="OnuUYCShp_7tIGQlhjLA-152" style="shape=partialRectangle;connectable=0;fillColor=none;top=0;left=0;bottom=0;right=0;align=left;spacingLeft=6;overflow=hidden;whiteSpace=wrap;html=1;" value="logistID" vertex="1">
          <mxGeometry height="30" width="150" x="30" as="geometry">
            <mxRectangle height="30" width="150" as="alternateBounds" />
          </mxGeometry>
        </mxCell>
        <mxCell id="OnuUYCShp_7tIGQlhjLA-274" parent="OnuUYCShp_7tIGQlhjLA-142" style="shape=tableRow;horizontal=0;startSize=0;swimlaneHead=0;swimlaneBody=0;fillColor=none;collapsible=0;dropTarget=0;points=[[0,0.5],[1,0.5]];portConstraint=eastwest;top=0;left=0;right=0;bottom=0;" value="" vertex="1">
          <mxGeometry height="30" width="180" y="150" as="geometry" />
        </mxCell>
        <mxCell id="OnuUYCShp_7tIGQlhjLA-275" parent="OnuUYCShp_7tIGQlhjLA-274" style="shape=partialRectangle;connectable=0;fillColor=none;top=0;left=0;bottom=0;right=0;editable=1;overflow=hidden;whiteSpace=wrap;html=1;" value="" vertex="1">
          <mxGeometry height="30" width="30" as="geometry">
            <mxRectangle height="30" width="30" as="alternateBounds" />
          </mxGeometry>
        </mxCell>
        <mxCell id="OnuUYCShp_7tIGQlhjLA-276" parent="OnuUYCShp_7tIGQlhjLA-274" style="shape=partialRectangle;connectable=0;fillColor=none;top=0;left=0;bottom=0;right=0;align=left;spacingLeft=6;overflow=hidden;whiteSpace=wrap;html=1;" value="start_date" vertex="1">
          <mxGeometry height="30" width="150" x="30" as="geometry">
            <mxRectangle height="30" width="150" as="alternateBounds" />
          </mxGeometry>
        </mxCell>
        <mxCell id="OnuUYCShp_7tIGQlhjLA-277" parent="OnuUYCShp_7tIGQlhjLA-142" style="shape=tableRow;horizontal=0;startSize=0;swimlaneHead=0;swimlaneBody=0;fillColor=none;collapsible=0;dropTarget=0;points=[[0,0.5],[1,0.5]];portConstraint=eastwest;top=0;left=0;right=0;bottom=0;" value="" vertex="1">
          <mxGeometry height="30" width="180" y="180" as="geometry" />
        </mxCell>
        <mxCell id="OnuUYCShp_7tIGQlhjLA-278" parent="OnuUYCShp_7tIGQlhjLA-277" style="shape=partialRectangle;connectable=0;fillColor=none;top=0;left=0;bottom=0;right=0;editable=1;overflow=hidden;whiteSpace=wrap;html=1;" value="" vertex="1">
          <mxGeometry height="30" width="30" as="geometry">
            <mxRectangle height="30" width="30" as="alternateBounds" />
          </mxGeometry>
        </mxCell>
        <mxCell id="OnuUYCShp_7tIGQlhjLA-279" parent="OnuUYCShp_7tIGQlhjLA-277" style="shape=partialRectangle;connectable=0;fillColor=none;top=0;left=0;bottom=0;right=0;align=left;spacingLeft=6;overflow=hidden;whiteSpace=wrap;html=1;" value="end_date" vertex="1">
          <mxGeometry height="30" width="150" x="30" as="geometry">
            <mxRectangle height="30" width="150" as="alternateBounds" />
          </mxGeometry>
        </mxCell>
        <mxCell id="OnuUYCShp_7tIGQlhjLA-280" parent="OnuUYCShp_7tIGQlhjLA-142" style="shape=tableRow;horizontal=0;startSize=0;swimlaneHead=0;swimlaneBody=0;fillColor=none;collapsible=0;dropTarget=0;points=[[0,0.5],[1,0.5]];portConstraint=eastwest;top=0;left=0;right=0;bottom=0;" value="" vertex="1">
          <mxGeometry height="30" width="180" y="210" as="geometry" />
        </mxCell>
        <mxCell id="OnuUYCShp_7tIGQlhjLA-281" parent="OnuUYCShp_7tIGQlhjLA-280" style="shape=partialRectangle;connectable=0;fillColor=none;top=0;left=0;bottom=0;right=0;editable=1;overflow=hidden;whiteSpace=wrap;html=1;" value="" vertex="1">
          <mxGeometry height="30" width="30" as="geometry">
            <mxRectangle height="30" width="30" as="alternateBounds" />
          </mxGeometry>
        </mxCell>
        <mxCell id="OnuUYCShp_7tIGQlhjLA-282" parent="OnuUYCShp_7tIGQlhjLA-280" style="shape=partialRectangle;connectable=0;fillColor=none;top=0;left=0;bottom=0;right=0;align=left;spacingLeft=6;overflow=hidden;whiteSpace=wrap;html=1;" value="status" vertex="1">
          <mxGeometry height="30" width="150" x="30" as="geometry">
            <mxRectangle height="30" width="150" as="alternateBounds" />
          </mxGeometry>
        </mxCell>
        <mxCell id="OnuUYCShp_7tIGQlhjLA-155" parent="1" style="shape=table;startSize=30;container=1;collapsible=1;childLayout=tableLayout;fixedRows=1;rowLines=0;fontStyle=1;align=center;resizeLast=1;html=1;" value="МАШИНА" vertex="1">
-           <mxGeometry height="150" width="180" x="940" y="480" as="geometry" />
+           <mxGeometry height="150" width="180" x="930" y="480" as="geometry" />
        </mxCell>
        <mxCell id="OnuUYCShp_7tIGQlhjLA-156" parent="OnuUYCShp_7tIGQlhjLA-155" style="shape=tableRow;horizontal=0;startSize=0;swimlaneHead=0;swimlaneBody=0;fillColor=none;collapsible=0;dropTarget=0;points=[[0,0.5],[1,0.5]];portConstraint=eastwest;top=0;left=0;right=0;bottom=1;" value="" vertex="1">
          <mxGeometry height="30" width="180" y="30" as="geometry" />
        </mxCell>
        <mxCell id="OnuUYCShp_7tIGQlhjLA-157" parent="OnuUYCShp_7tIGQlhjLA-156" style="shape=partialRectangle;connectable=0;fillColor=none;top=0;left=0;bottom=0;right=0;fontStyle=1;overflow=hidden;whiteSpace=wrap;html=1;" value="PK" vertex="1">
          <mxGeometry height="30" width="30" as="geometry">
            <mxRectangle height="30" width="30" as="alternateBounds" />
          </mxGeometry>
        </mxCell>
        <mxCell id="OnuUYCShp_7tIGQlhjLA-158" parent="OnuUYCShp_7tIGQlhjLA-156" style="shape=partialRectangle;connectable=0;fillColor=none;top=0;left=0;bottom=0;right=0;align=left;spacingLeft=6;fontStyle=5;overflow=hidden;whiteSpace=wrap;html=1;" value="vehicleID" vertex="1">
          <mxGeometry height="30" width="150" x="30" as="geometry">
            <mxRectangle height="30" width="150" as="alternateBounds" />
          </mxGeometry>
        </mxCell>
        <mxCell id="OnuUYCShp_7tIGQlhjLA-159" parent="OnuUYCShp_7tIGQlhjLA-155" style="shape=tableRow;horizontal=0;startSize=0;swimlaneHead=0;swimlaneBody=0;fillColor=none;collapsible=0;dropTarget=0;points=[[0,0.5],[1,0.5]];portConstraint=eastwest;top=0;left=0;right=0;bottom=0;" value="" vertex="1">
          <mxGeometry height="30" width="180" y="60" as="geometry" />
        </mxCell>
        <mxCell id="OnuUYCShp_7tIGQlhjLA-160" parent="OnuUYCShp_7tIGQlhjLA-159" style="shape=partialRectangle;connectable=0;fillColor=none;top=0;left=0;bottom=0;right=0;editable=1;overflow=hidden;whiteSpace=wrap;html=1;" value="" vertex="1">
          <mxGeometry height="30" width="30" as="geometry">
            <mxRectangle height="30" width="30" as="alternateBounds" />
          </mxGeometry>
        </mxCell>
        <mxCell id="OnuUYCShp_7tIGQlhjLA-161" parent="OnuUYCShp_7tIGQlhjLA-159" style="shape=partialRectangle;connectable=0;fillColor=none;top=0;left=0;bottom=0;right=0;align=left;spacingLeft=6;overflow=hidden;whiteSpace=wrap;html=1;" value="plate_number" vertex="1">
          <mxGeometry height="30" width="150" x="30" as="geometry">
            <mxRectangle height="30" width="150" as="alternateBounds" />
          </mxGeometry>
        </mxCell>
        <mxCell id="OnuUYCShp_7tIGQlhjLA-162" parent="OnuUYCShp_7tIGQlhjLA-155" style="shape=tableRow;horizontal=0;startSize=0;swimlaneHead=0;swimlaneBody=0;fillColor=none;collapsible=0;dropTarget=0;points=[[0,0.5],[1,0.5]];portConstraint=eastwest;top=0;left=0;right=0;bottom=0;" value="" vertex="1">
          <mxGeometry height="30" width="180" y="90" as="geometry" />
        </mxCell>
        <mxCell id="OnuUYCShp_7tIGQlhjLA-163" parent="OnuUYCShp_7tIGQlhjLA-162" style="shape=partialRectangle;connectable=0;fillColor=none;top=0;left=0;bottom=0;right=0;editable=1;overflow=hidden;whiteSpace=wrap;html=1;" value="" vertex="1">
          <mxGeometry height="30" width="30" as="geometry">
            <mxRectangle height="30" width="30" as="alternateBounds" />
          </mxGeometry>
        </mxCell>
        <mxCell id="OnuUYCShp_7tIGQlhjLA-164" parent="OnuUYCShp_7tIGQlhjLA-162" style="shape=partialRectangle;connectable=0;fillColor=none;top=0;left=0;bottom=0;right=0;align=left;spacingLeft=6;overflow=hidden;whiteSpace=wrap;html=1;" value="capacity" vertex="1">
          <mxGeometry height="30" width="150" x="30" as="geometry">
            <mxRectangle height="30" width="150" as="alternateBounds" />
          </mxGeometry>
        </mxCell>
        <mxCell id="OnuUYCShp_7tIGQlhjLA-165" parent="OnuUYCShp_7tIGQlhjLA-155" style="shape=tableRow;horizontal=0;startSize=0;swimlaneHead=0;swimlaneBody=0;fillColor=none;collapsible=0;dropTarget=0;points=[[0,0.5],[1,0.5]];portConstraint=eastwest;top=0;left=0;right=0;bottom=0;" value="" vertex="1">
          <mxGeometry height="30" width="180" y="120" as="geometry" />
        </mxCell>
        <mxCell id="OnuUYCShp_7tIGQlhjLA-166" parent="OnuUYCShp_7tIGQlhjLA-165" style="shape=partialRectangle;connectable=0;fillColor=none;top=0;left=0;bottom=0;right=0;editable=1;overflow=hidden;whiteSpace=wrap;html=1;" value="" vertex="1">
          <mxGeometry height="30" width="30" as="geometry">
            <mxRectangle height="30" width="30" as="alternateBounds" />
          </mxGeometry>
        </mxCell>
        <mxCell id="OnuUYCShp_7tIGQlhjLA-167" parent="OnuUYCShp_7tIGQlhjLA-165" style="shape=partialRectangle;connectable=0;fillColor=none;top=0;left=0;bottom=0;right=0;align=left;spacingLeft=6;overflow=hidden;whiteSpace=wrap;html=1;" value="status" vertex="1">
          <mxGeometry height="30" width="150" x="30" as="geometry">
            <mxRectangle height="30" width="150" as="alternateBounds" />
          </mxGeometry>
        </mxCell>
        <mxCell id="OnuUYCShp_7tIGQlhjLA-168" parent="1" style="shape=table;startSize=30;container=1;collapsible=1;childLayout=tableLayout;fixedRows=1;rowLines=0;fontStyle=1;align=center;resizeLast=1;html=1;" value="МЕНЕДЖЕР" vertex="1">
-           <mxGeometry height="150" width="180" x="400" y="190" as="geometry" />
+           <mxGeometry height="120" width="180" x="400" y="190" as="geometry" />
        </mxCell>
        <mxCell id="OnuUYCShp_7tIGQlhjLA-169" parent="OnuUYCShp_7tIGQlhjLA-168" style="shape=tableRow;horizontal=0;startSize=0;swimlaneHead=0;swimlaneBody=0;fillColor=none;collapsible=0;dropTarget=0;points=[[0,0.5],[1,0.5]];portConstraint=eastwest;top=0;left=0;right=0;bottom=1;" value="" vertex="1">
          <mxGeometry height="30" width="180" y="30" as="geometry" />
        </mxCell>
        <mxCell id="OnuUYCShp_7tIGQlhjLA-170" parent="OnuUYCShp_7tIGQlhjLA-169" style="shape=partialRectangle;connectable=0;fillColor=none;top=0;left=0;bottom=0;right=0;fontStyle=1;overflow=hidden;whiteSpace=wrap;html=1;" value="PK" vertex="1">
          <mxGeometry height="30" width="30" as="geometry">
            <mxRectangle height="30" width="30" as="alternateBounds" />
          </mxGeometry>
        </mxCell>
        <mxCell id="OnuUYCShp_7tIGQlhjLA-171" parent="OnuUYCShp_7tIGQlhjLA-169" style="shape=partialRectangle;connectable=0;fillColor=none;top=0;left=0;bottom=0;right=0;align=left;spacingLeft=6;fontStyle=5;overflow=hidden;whiteSpace=wrap;html=1;" value="managerID" vertex="1">
          <mxGeometry height="30" width="150" x="30" as="geometry">
            <mxRectangle height="30" width="150" as="alternateBounds" />
          </mxGeometry>
        </mxCell>
        <mxCell id="OnuUYCShp_7tIGQlhjLA-172" parent="OnuUYCShp_7tIGQlhjLA-168" style="shape=tableRow;horizontal=0;startSize=0;swimlaneHead=0;swimlaneBody=0;fillColor=none;collapsible=0;dropTarget=0;points=[[0,0.5],[1,0.5]];portConstraint=eastwest;top=0;left=0;right=0;bottom=0;" value="" vertex="1">
          <mxGeometry height="30" width="180" y="60" as="geometry" />
        </mxCell>
        <mxCell id="OnuUYCShp_7tIGQlhjLA-173" parent="OnuUYCShp_7tIGQlhjLA-172" style="shape=partialRectangle;connectable=0;fillColor=none;top=0;left=0;bottom=0;right=0;editable=1;overflow=hidden;whiteSpace=wrap;html=1;" value="" vertex="1">
          <mxGeometry height="30" width="30" as="geometry">
            <mxRectangle height="30" width="30" as="alternateBounds" />
          </mxGeometry>
        </mxCell>
        <mxCell id="OnuUYCShp_7tIGQlhjLA-174" parent="OnuUYCShp_7tIGQlhjLA-172" style="shape=partialRectangle;connectable=0;fillColor=none;top=0;left=0;bottom=0;right=0;align=left;spacingLeft=6;overflow=hidden;whiteSpace=wrap;html=1;" value="full_name" vertex="1">
          <mxGeometry height="30" width="150" x="30" as="geometry">
            <mxRectangle height="30" width="150" as="alternateBounds" />
          </mxGeometry>
        </mxCell>
        <mxCell id="OnuUYCShp_7tIGQlhjLA-175" parent="OnuUYCShp_7tIGQlhjLA-168" style="shape=tableRow;horizontal=0;startSize=0;swimlaneHead=0;swimlaneBody=0;fillColor=none;collapsible=0;dropTarget=0;points=[[0,0.5],[1,0.5]];portConstraint=eastwest;top=0;left=0;right=0;bottom=0;" value="" vertex="1">
          <mxGeometry height="30" width="180" y="90" as="geometry" />
        </mxCell>
        <mxCell id="OnuUYCShp_7tIGQlhjLA-176" parent="OnuUYCShp_7tIGQlhjLA-175" style="shape=partialRectangle;connectable=0;fillColor=none;top=0;left=0;bottom=0;right=0;editable=1;overflow=hidden;whiteSpace=wrap;html=1;" value="" vertex="1">
          <mxGeometry height="30" width="30" as="geometry">
            <mxRectangle height="30" width="30" as="alternateBounds" />
          </mxGeometry>
        </mxCell>
        <mxCell id="OnuUYCShp_7tIGQlhjLA-177" parent="OnuUYCShp_7tIGQlhjLA-175" style="shape=partialRectangle;connectable=0;fillColor=none;top=0;left=0;bottom=0;right=0;align=left;spacingLeft=6;overflow=hidden;whiteSpace=wrap;html=1;" value="email" vertex="1">
          <mxGeometry height="30" width="150" x="30" as="geometry">
            <mxRectangle height="30" width="150" as="alternateBounds" />
          </mxGeometry>
        </mxCell>
-         <mxCell id="OnuUYCShp_7tIGQlhjLA-178" parent="OnuUYCShp_7tIGQlhjLA-168" style="shape=tableRow;horizontal=0;startSize=0;swimlaneHead=0;swimlaneBody=0;fillColor=none;collapsible=0;dropTarget=0;points=[[0,0.5],[1,0.5]];portConstraint=eastwest;top=0;left=0;right=0;bottom=0;" value="" vertex="1">
-           <mxGeometry height="30" width="180" y="120" as="geometry" />
-         </mxCell>
-         <mxCell id="OnuUYCShp_7tIGQlhjLA-179" parent="OnuUYCShp_7tIGQlhjLA-178" style="shape=partialRectangle;connectable=0;fillColor=none;top=0;left=0;bottom=0;right=0;editable=1;overflow=hidden;whiteSpace=wrap;html=1;" value="" vertex="1">
-           <mxGeometry height="30" width="30" as="geometry">
-             <mxRectangle height="30" width="30" as="alternateBounds" />
-           </mxGeometry>
-         </mxCell>
-         <mxCell id="OnuUYCShp_7tIGQlhjLA-180" parent="OnuUYCShp_7tIGQlhjLA-178" style="shape=partialRectangle;connectable=0;fillColor=none;top=0;left=0;bottom=0;right=0;align=left;spacingLeft=6;overflow=hidden;whiteSpace=wrap;html=1;" value="Row 3" vertex="1">
-           <mxGeometry height="30" width="150" x="30" as="geometry">
-             <mxRectangle height="30" width="150" as="alternateBounds" />
-           </mxGeometry>
-         </mxCell>
        <mxCell id="OnuUYCShp_7tIGQlhjLA-181" parent="1" style="shape=table;startSize=30;container=1;collapsible=1;childLayout=tableLayout;fixedRows=1;rowLines=0;fontStyle=1;align=center;resizeLast=1;html=1;" value="ПЛАТЁЖ" vertex="1">
-           <mxGeometry height="180" width="180" x="690" y="680" as="geometry" />
+           <mxGeometry height="180" width="180" x="690" y="670" as="geometry" />
        </mxCell>
        <mxCell id="OnuUYCShp_7tIGQlhjLA-182" parent="OnuUYCShp_7tIGQlhjLA-181" style="shape=tableRow;horizontal=0;startSize=0;swimlaneHead=0;swimlaneBody=0;fillColor=none;collapsible=0;dropTarget=0;points=[[0,0.5],[1,0.5]];portConstraint=eastwest;top=0;left=0;right=0;bottom=1;" value="" vertex="1">
          <mxGeometry height="30" width="180" y="30" as="geometry" />
        </mxCell>
        <mxCell id="OnuUYCShp_7tIGQlhjLA-183" parent="OnuUYCShp_7tIGQlhjLA-182" style="shape=partialRectangle;connectable=0;fillColor=none;top=0;left=0;bottom=0;right=0;fontStyle=1;overflow=hidden;whiteSpace=wrap;html=1;" value="PK" vertex="1">
          <mxGeometry height="30" width="30" as="geometry">
            <mxRectangle height="30" width="30" as="alternateBounds" />
          </mxGeometry>
        </mxCell>
        <mxCell id="OnuUYCShp_7tIGQlhjLA-184" parent="OnuUYCShp_7tIGQlhjLA-182" style="shape=partialRectangle;connectable=0;fillColor=none;top=0;left=0;bottom=0;right=0;align=left;spacingLeft=6;fontStyle=5;overflow=hidden;whiteSpace=wrap;html=1;" value="paymentID" vertex="1">
          <mxGeometry height="30" width="150" x="30" as="geometry">
            <mxRectangle height="30" width="150" as="alternateBounds" />
          </mxGeometry>
        </mxCell>
        <mxCell id="OnuUYCShp_7tIGQlhjLA-185" parent="OnuUYCShp_7tIGQlhjLA-181" style="shape=tableRow;horizontal=0;startSize=0;swimlaneHead=0;swimlaneBody=0;fillColor=none;collapsible=0;dropTarget=0;points=[[0,0.5],[1,0.5]];portConstraint=eastwest;top=0;left=0;right=0;bottom=0;" value="" vertex="1">
          <mxGeometry height="30" width="180" y="60" as="geometry" />
        </mxCell>
        <mxCell id="OnuUYCShp_7tIGQlhjLA-186" parent="OnuUYCShp_7tIGQlhjLA-185" style="shape=partialRectangle;connectable=0;fillColor=none;top=0;left=0;bottom=0;right=0;editable=1;overflow=hidden;whiteSpace=wrap;html=1;" value="FK" vertex="1">
          <mxGeometry height="30" width="30" as="geometry">
            <mxRectangle height="30" width="30" as="alternateBounds" />
          </mxGeometry>
        </mxCell>
        <mxCell id="OnuUYCShp_7tIGQlhjLA-187" parent="OnuUYCShp_7tIGQlhjLA-185" style="shape=partialRectangle;connectable=0;fillColor=none;top=0;left=0;bottom=0;right=0;align=left;spacingLeft=6;overflow=hidden;whiteSpace=wrap;html=1;" value="invoiceID" vertex="1">
          <mxGeometry height="30" width="150" x="30" as="geometry">
            <mxRectangle height="30" width="150" as="alternateBounds" />
          </mxGeometry>
        </mxCell>
        <mxCell id="OnuUYCShp_7tIGQlhjLA-188" parent="OnuUYCShp_7tIGQlhjLA-181" style="shape=tableRow;horizontal=0;startSize=0;swimlaneHead=0;swimlaneBody=0;fillColor=none;collapsible=0;dropTarget=0;points=[[0,0.5],[1,0.5]];portConstraint=eastwest;top=0;left=0;right=0;bottom=0;" value="" vertex="1">
          <mxGeometry height="30" width="180" y="90" as="geometry" />
        </mxCell>
        <mxCell id="OnuUYCShp_7tIGQlhjLA-189" parent="OnuUYCShp_7tIGQlhjLA-188" style="shape=partialRectangle;connectable=0;fillColor=none;top=0;left=0;bottom=0;right=0;editable=1;overflow=hidden;whiteSpace=wrap;html=1;" value="" vertex="1">
          <mxGeometry height="30" width="30" as="geometry">
            <mxRectangle height="30" width="30" as="alternateBounds" />
          </mxGeometry>
        </mxCell>
        <mxCell id="OnuUYCShp_7tIGQlhjLA-190" parent="OnuUYCShp_7tIGQlhjLA-188" style="shape=partialRectangle;connectable=0;fillColor=none;top=0;left=0;bottom=0;right=0;align=left;spacingLeft=6;overflow=hidden;whiteSpace=wrap;html=1;" value="payment_date" vertex="1">
          <mxGeometry height="30" width="150" x="30" as="geometry">
            <mxRectangle height="30" width="150" as="alternateBounds" />
          </mxGeometry>
        </mxCell>
        <mxCell id="OnuUYCShp_7tIGQlhjLA-191" parent="OnuUYCShp_7tIGQlhjLA-181" style="shape=tableRow;horizontal=0;startSize=0;swimlaneHead=0;swimlaneBody=0;fillColor=none;collapsible=0;dropTarget=0;points=[[0,0.5],[1,0.5]];portConstraint=eastwest;top=0;left=0;right=0;bottom=0;" value="" vertex="1">
          <mxGeometry height="30" width="180" y="120" as="geometry" />
        </mxCell>
        <mxCell id="OnuUYCShp_7tIGQlhjLA-192" parent="OnuUYCShp_7tIGQlhjLA-191" style="shape=partialRectangle;connectable=0;fillColor=none;top=0;left=0;bottom=0;right=0;editable=1;overflow=hidden;whiteSpace=wrap;html=1;" value="" vertex="1">
          <mxGeometry height="30" width="30" as="geometry">
            <mxRectangle height="30" width="30" as="alternateBounds" />
          </mxGeometry>
        </mxCell>
        <mxCell id="OnuUYCShp_7tIGQlhjLA-193" parent="OnuUYCShp_7tIGQlhjLA-191" style="shape=partialRectangle;connectable=0;fillColor=none;top=0;left=0;bottom=0;right=0;align=left;spacingLeft=6;overflow=hidden;whiteSpace=wrap;html=1;" value="amount" vertex="1">
          <mxGeometry height="30" width="150" x="30" as="geometry">
            <mxRectangle height="30" width="150" as="alternateBounds" />
          </mxGeometry>
        </mxCell>
        <mxCell id="OnuUYCShp_7tIGQlhjLA-258" parent="OnuUYCShp_7tIGQlhjLA-181" style="shape=tableRow;horizontal=0;startSize=0;swimlaneHead=0;swimlaneBody=0;fillColor=none;collapsible=0;dropTarget=0;points=[[0,0.5],[1,0.5]];portConstraint=eastwest;top=0;left=0;right=0;bottom=0;" value="" vertex="1">
          <mxGeometry height="30" width="180" y="150" as="geometry" />
        </mxCell>
        <mxCell id="OnuUYCShp_7tIGQlhjLA-259" parent="OnuUYCShp_7tIGQlhjLA-258" style="shape=partialRectangle;connectable=0;fillColor=none;top=0;left=0;bottom=0;right=0;editable=1;overflow=hidden;whiteSpace=wrap;html=1;" value="" vertex="1">
          <mxGeometry height="30" width="30" as="geometry">
            <mxRectangle height="30" width="30" as="alternateBounds" />
          </mxGeometry>
        </mxCell>
        <mxCell id="OnuUYCShp_7tIGQlhjLA-260" parent="OnuUYCShp_7tIGQlhjLA-258" style="shape=partialRectangle;connectable=0;fillColor=none;top=0;left=0;bottom=0;right=0;align=left;spacingLeft=6;overflow=hidden;whiteSpace=wrap;html=1;" value="status" vertex="1">
          <mxGeometry height="30" width="150" x="30" as="geometry">
            <mxRectangle height="30" width="150" as="alternateBounds" />
          </mxGeometry>
        </mxCell>
        <mxCell id="OnuUYCShp_7tIGQlhjLA-194" parent="1" style="shape=table;startSize=30;container=1;collapsible=1;childLayout=tableLayout;fixedRows=1;rowLines=0;fontStyle=1;align=center;resizeLast=1;html=1;" value="ЛОГИСТ" vertex="1">
-           <mxGeometry height="150" width="180" x="690" y="190" as="geometry" />
+           <mxGeometry height="120" width="180" x="690" y="190" as="geometry" />
        </mxCell>
        <mxCell id="OnuUYCShp_7tIGQlhjLA-195" parent="OnuUYCShp_7tIGQlhjLA-194" style="shape=tableRow;horizontal=0;startSize=0;swimlaneHead=0;swimlaneBody=0;fillColor=none;collapsible=0;dropTarget=0;points=[[0,0.5],[1,0.5]];portConstraint=eastwest;top=0;left=0;right=0;bottom=1;" value="" vertex="1">
          <mxGeometry height="30" width="180" y="30" as="geometry" />
        </mxCell>
        <mxCell id="OnuUYCShp_7tIGQlhjLA-196" parent="OnuUYCShp_7tIGQlhjLA-195" style="shape=partialRectangle;connectable=0;fillColor=none;top=0;left=0;bottom=0;right=0;fontStyle=1;overflow=hidden;whiteSpace=wrap;html=1;" value="PK" vertex="1">
          <mxGeometry height="30" width="30" as="geometry">
            <mxRectangle height="30" width="30" as="alternateBounds" />
          </mxGeometry>
        </mxCell>
        <mxCell id="OnuUYCShp_7tIGQlhjLA-197" parent="OnuUYCShp_7tIGQlhjLA-195" style="shape=partialRectangle;connectable=0;fillColor=none;top=0;left=0;bottom=0;right=0;align=left;spacingLeft=6;fontStyle=5;overflow=hidden;whiteSpace=wrap;html=1;" value="logistID" vertex="1">
          <mxGeometry height="30" width="150" x="30" as="geometry">
            <mxRectangle height="30" width="150" as="alternateBounds" />
          </mxGeometry>
        </mxCell>
        <mxCell id="OnuUYCShp_7tIGQlhjLA-198" parent="OnuUYCShp_7tIGQlhjLA-194" style="shape=tableRow;horizontal=0;startSize=0;swimlaneHead=0;swimlaneBody=0;fillColor=none;collapsible=0;dropTarget=0;points=[[0,0.5],[1,0.5]];portConstraint=eastwest;top=0;left=0;right=0;bottom=0;" value="" vertex="1">
          <mxGeometry height="30" width="180" y="60" as="geometry" />
        </mxCell>
        <mxCell id="OnuUYCShp_7tIGQlhjLA-199" parent="OnuUYCShp_7tIGQlhjLA-198" style="shape=partialRectangle;connectable=0;fillColor=none;top=0;left=0;bottom=0;right=0;editable=1;overflow=hidden;whiteSpace=wrap;html=1;" value="" vertex="1">
          <mxGeometry height="30" width="30" as="geometry">
            <mxRectangle height="30" width="30" as="alternateBounds" />
          </mxGeometry>
        </mxCell>
        <mxCell id="OnuUYCShp_7tIGQlhjLA-200" parent="OnuUYCShp_7tIGQlhjLA-198" style="shape=partialRectangle;connectable=0;fillColor=none;top=0;left=0;bottom=0;right=0;align=left;spacingLeft=6;overflow=hidden;whiteSpace=wrap;html=1;" value="full_name" vertex="1">
          <mxGeometry height="30" width="150" x="30" as="geometry">
            <mxRectangle height="30" width="150" as="alternateBounds" />
          </mxGeometry>
        </mxCell>
        <mxCell id="OnuUYCShp_7tIGQlhjLA-201" parent="OnuUYCShp_7tIGQlhjLA-194" style="shape=tableRow;horizontal=0;startSize=0;swimlaneHead=0;swimlaneBody=0;fillColor=none;collapsible=0;dropTarget=0;points=[[0,0.5],[1,0.5]];portConstraint=eastwest;top=0;left=0;right=0;bottom=0;" value="" vertex="1">
          <mxGeometry height="30" width="180" y="90" as="geometry" />
        </mxCell>
        <mxCell id="OnuUYCShp_7tIGQlhjLA-202" parent="OnuUYCShp_7tIGQlhjLA-201" style="shape=partialRectangle;connectable=0;fillColor=none;top=0;left=0;bottom=0;right=0;editable=1;overflow=hidden;whiteSpace=wrap;html=1;" value="" vertex="1">
          <mxGeometry height="30" width="30" as="geometry">
            <mxRectangle height="30" width="30" as="alternateBounds" />
          </mxGeometry>
        </mxCell>
        <mxCell id="OnuUYCShp_7tIGQlhjLA-203" parent="OnuUYCShp_7tIGQlhjLA-201" style="shape=partialRectangle;connectable=0;fillColor=none;top=0;left=0;bottom=0;right=0;align=left;spacingLeft=6;overflow=hidden;whiteSpace=wrap;html=1;" value="email" vertex="1">
          <mxGeometry height="30" width="150" x="30" as="geometry">
            <mxRectangle height="30" width="150" as="alternateBounds" />
          </mxGeometry>
        </mxCell>
-         <mxCell id="OnuUYCShp_7tIGQlhjLA-204" parent="OnuUYCShp_7tIGQlhjLA-194" style="shape=tableRow;horizontal=0;startSize=0;swimlaneHead=0;swimlaneBody=0;fillColor=none;collapsible=0;dropTarget=0;points=[[0,0.5],[1,0.5]];portConstraint=eastwest;top=0;left=0;right=0;bottom=0;" value="" vertex="1">
-           <mxGeometry height="30" width="180" y="120" as="geometry" />
-         </mxCell>
-         <mxCell id="OnuUYCShp_7tIGQlhjLA-205" parent="OnuUYCShp_7tIGQlhjLA-204" style="shape=partialRectangle;connectable=0;fillColor=none;top=0;left=0;bottom=0;right=0;editable=1;overflow=hidden;whiteSpace=wrap;html=1;" value="" vertex="1">
-           <mxGeometry height="30" width="30" as="geometry">
-             <mxRectangle height="30" width="30" as="alternateBounds" />
-           </mxGeometry>
-         </mxCell>
-         <mxCell id="OnuUYCShp_7tIGQlhjLA-206" parent="OnuUYCShp_7tIGQlhjLA-204" style="shape=partialRectangle;connectable=0;fillColor=none;top=0;left=0;bottom=0;right=0;align=left;spacingLeft=6;overflow=hidden;whiteSpace=wrap;html=1;" value="Row 3" vertex="1">
-           <mxGeometry height="30" width="150" x="30" as="geometry">
-             <mxRectangle height="30" width="150" as="alternateBounds" />
-           </mxGeometry>
-         </mxCell>
        <mxCell id="OnuUYCShp_7tIGQlhjLA-284" parent="1" style="shape=table;startSize=30;container=1;collapsible=1;childLayout=tableLayout;fixedRows=1;rowLines=0;fontStyle=1;align=center;resizeLast=1;html=1;" value="ДОКУМЕНТЫ" vertex="1">
-           <mxGeometry height="180" width="180" x="990" y="145" as="geometry" />
+           <mxGeometry height="180" width="180" x="930" y="160" as="geometry" />
        </mxCell>
        <mxCell id="OnuUYCShp_7tIGQlhjLA-285" parent="OnuUYCShp_7tIGQlhjLA-284" style="shape=tableRow;horizontal=0;startSize=0;swimlaneHead=0;swimlaneBody=0;fillColor=none;collapsible=0;dropTarget=0;points=[[0,0.5],[1,0.5]];portConstraint=eastwest;top=0;left=0;right=0;bottom=1;" value="" vertex="1">
          <mxGeometry height="30" width="180" y="30" as="geometry" />
        </mxCell>
        <mxCell id="OnuUYCShp_7tIGQlhjLA-286" parent="OnuUYCShp_7tIGQlhjLA-285" style="shape=partialRectangle;connectable=0;fillColor=none;top=0;left=0;bottom=0;right=0;fontStyle=1;overflow=hidden;whiteSpace=wrap;html=1;" value="PK" vertex="1">
          <mxGeometry height="30" width="30" as="geometry">
            <mxRectangle height="30" width="30" as="alternateBounds" />
          </mxGeometry>
        </mxCell>
        <mxCell id="OnuUYCShp_7tIGQlhjLA-287" parent="OnuUYCShp_7tIGQlhjLA-285" style="shape=partialRectangle;connectable=0;fillColor=none;top=0;left=0;bottom=0;right=0;align=left;spacingLeft=6;fontStyle=5;overflow=hidden;whiteSpace=wrap;html=1;" value="documentID" vertex="1">
          <mxGeometry height="30" width="150" x="30" as="geometry">
            <mxRectangle height="30" width="150" as="alternateBounds" />
          </mxGeometry>
        </mxCell>
        <mxCell id="OnuUYCShp_7tIGQlhjLA-288" parent="OnuUYCShp_7tIGQlhjLA-284" style="shape=tableRow;horizontal=0;startSize=0;swimlaneHead=0;swimlaneBody=0;fillColor=none;collapsible=0;dropTarget=0;points=[[0,0.5],[1,0.5]];portConstraint=eastwest;top=0;left=0;right=0;bottom=0;" value="" vertex="1">
          <mxGeometry height="30" width="180" y="60" as="geometry" />
        </mxCell>
        <mxCell id="OnuUYCShp_7tIGQlhjLA-289" parent="OnuUYCShp_7tIGQlhjLA-288" style="shape=partialRectangle;connectable=0;fillColor=none;top=0;left=0;bottom=0;right=0;editable=1;overflow=hidden;whiteSpace=wrap;html=1;" value="FK" vertex="1">
          <mxGeometry height="30" width="30" as="geometry">
            <mxRectangle height="30" width="30" as="alternateBounds" />
          </mxGeometry>
        </mxCell>
        <mxCell id="OnuUYCShp_7tIGQlhjLA-290" parent="OnuUYCShp_7tIGQlhjLA-288" style="shape=partialRectangle;connectable=0;fillColor=none;top=0;left=0;bottom=0;right=0;align=left;spacingLeft=6;overflow=hidden;whiteSpace=wrap;html=1;" value="tripID" vertex="1">
          <mxGeometry height="30" width="150" x="30" as="geometry">
            <mxRectangle height="30" width="150" as="alternateBounds" />
          </mxGeometry>
        </mxCell>
        <mxCell id="OnuUYCShp_7tIGQlhjLA-291" parent="OnuUYCShp_7tIGQlhjLA-284" style="shape=tableRow;horizontal=0;startSize=0;swimlaneHead=0;swimlaneBody=0;fillColor=none;collapsible=0;dropTarget=0;points=[[0,0.5],[1,0.5]];portConstraint=eastwest;top=0;left=0;right=0;bottom=0;" value="" vertex="1">
          <mxGeometry height="30" width="180" y="90" as="geometry" />
        </mxCell>
        <mxCell id="OnuUYCShp_7tIGQlhjLA-292" parent="OnuUYCShp_7tIGQlhjLA-291" style="shape=partialRectangle;connectable=0;fillColor=none;top=0;left=0;bottom=0;right=0;editable=1;overflow=hidden;whiteSpace=wrap;html=1;" value="" vertex="1">
          <mxGeometry height="30" width="30" as="geometry">
            <mxRectangle height="30" width="30" as="alternateBounds" />
          </mxGeometry>
        </mxCell>
        <mxCell id="OnuUYCShp_7tIGQlhjLA-293" parent="OnuUYCShp_7tIGQlhjLA-291" style="shape=partialRectangle;connectable=0;fillColor=none;top=0;left=0;bottom=0;right=0;align=left;spacingLeft=6;overflow=hidden;whiteSpace=wrap;html=1;" value="document_type" vertex="1">
          <mxGeometry height="30" width="150" x="30" as="geometry">
            <mxRectangle height="30" width="150" as="alternateBounds" />
          </mxGeometry>
        </mxCell>
        <mxCell id="OnuUYCShp_7tIGQlhjLA-294" parent="OnuUYCShp_7tIGQlhjLA-284" style="shape=tableRow;horizontal=0;startSize=0;swimlaneHead=0;swimlaneBody=0;fillColor=none;collapsible=0;dropTarget=0;points=[[0,0.5],[1,0.5]];portConstraint=eastwest;top=0;left=0;right=0;bottom=0;" value="" vertex="1">
          <mxGeometry height="30" width="180" y="120" as="geometry" />
        </mxCell>
        <mxCell id="OnuUYCShp_7tIGQlhjLA-295" parent="OnuUYCShp_7tIGQlhjLA-294" style="shape=partialRectangle;connectable=0;fillColor=none;top=0;left=0;bottom=0;right=0;editable=1;overflow=hidden;whiteSpace=wrap;html=1;" value="" vertex="1">
          <mxGeometry height="30" width="30" as="geometry">
            <mxRectangle height="30" width="30" as="alternateBounds" />
          </mxGeometry>
        </mxCell>
        <mxCell id="OnuUYCShp_7tIGQlhjLA-296" parent="OnuUYCShp_7tIGQlhjLA-294" style="shape=partialRectangle;connectable=0;fillColor=none;top=0;left=0;bottom=0;right=0;align=left;spacingLeft=6;overflow=hidden;whiteSpace=wrap;html=1;" value="sent_date" vertex="1">
          <mxGeometry height="30" width="150" x="30" as="geometry">
            <mxRectangle height="30" width="150" as="alternateBounds" />
          </mxGeometry>
        </mxCell>
        <mxCell id="OnuUYCShp_7tIGQlhjLA-297" parent="OnuUYCShp_7tIGQlhjLA-284" style="shape=tableRow;horizontal=0;startSize=0;swimlaneHead=0;swimlaneBody=0;fillColor=none;collapsible=0;dropTarget=0;points=[[0,0.5],[1,0.5]];portConstraint=eastwest;top=0;left=0;right=0;bottom=0;" value="" vertex="1">
          <mxGeometry height="30" width="180" y="150" as="geometry" />
        </mxCell>
        <mxCell id="OnuUYCShp_7tIGQlhjLA-298" parent="OnuUYCShp_7tIGQlhjLA-297" style="shape=partialRectangle;connectable=0;fillColor=none;top=0;left=0;bottom=0;right=0;editable=1;overflow=hidden;whiteSpace=wrap;html=1;" value="" vertex="1">
          <mxGeometry height="30" width="30" as="geometry">
            <mxRectangle height="30" width="30" as="alternateBounds" />
          </mxGeometry>
        </mxCell>
        <mxCell id="OnuUYCShp_7tIGQlhjLA-299" parent="OnuUYCShp_7tIGQlhjLA-297" style="shape=partialRectangle;connectable=0;fillColor=none;top=0;left=0;bottom=0;right=0;align=left;spacingLeft=6;overflow=hidden;whiteSpace=wrap;html=1;" value="payment_duedate" vertex="1">
          <mxGeometry height="30" width="150" x="30" as="geometry">
            <mxRectangle height="30" width="150" as="alternateBounds" />
          </mxGeometry>
        </mxCell>
-         <mxCell id="OnuUYCShp_7tIGQlhjLA-306" edge="1" parent="1" source="OnuUYCShp_7tIGQlhjLA-104" style="edgeStyle=entityRelationEdgeStyle;fontSize=12;html=1;endArrow=ERoneToMany;rounded=0;exitX=1;exitY=0.5;exitDx=0;exitDy=0;" target="OnuUYCShp_7tIGQlhjLA-117" value="">
+         <mxCell id="OnuUYCShp_7tIGQlhjLA-306" edge="1" parent="1" source="OnuUYCShp_7tIGQlhjLA-104" style="edgeStyle=entityRelationEdgeStyle;fontSize=12;html=1;endArrow=ERoneToMany;rounded=0;exitX=1;exitY=0.5;exitDx=0;exitDy=0;entryX=0;entryY=0.5;entryDx=0;entryDy=0;" target="OnuUYCShp_7tIGQlhjLA-120" value="">
          <mxGeometry height="100" relative="1" width="100" as="geometry">
            <mxPoint x="720" y="600" as="sourcePoint" />
            <mxPoint x="820" y="500" as="targetPoint" />
          </mxGeometry>
        </mxCell>
-         <mxCell id="K7VIHhopU0hZgh41mfQP-1" edge="1" parent="1" style="edgeStyle=orthogonalEdgeStyle;fontSize=12;html=1;endArrow=ERoneToMany;rounded=0;exitX=1;exitY=0.5;exitDx=0;exitDy=0;" value="">
+         <mxCell id="K7VIHhopU0hZgh41mfQP-1" edge="1" parent="1" source="OnuUYCShp_7tIGQlhjLA-169" style="edgeStyle=orthogonalEdgeStyle;fontSize=12;html=1;endArrow=ERoneToMany;rounded=0;exitX=0;exitY=0.5;exitDx=0;exitDy=0;entryX=0.005;entryY=0.543;entryDx=0;entryDy=0;entryPerimeter=0;" target="OnuUYCShp_7tIGQlhjLA-123" value="">
          <mxGeometry height="100" relative="1" width="100" as="geometry">
            <Array as="points">
-               <mxPoint x="620" y="290" />
-               <mxPoint x="620" y="480" />
+               <mxPoint x="360" y="235" />
+               <mxPoint x="360" y="486" />
            </Array>
-             <mxPoint x="580" y="290" as="sourcePoint" />
-             <mxPoint x="580" y="480" as="targetPoint" />
+             <mxPoint x="320" y="290" as="sourcePoint" />
+             <mxPoint x="320" y="480" as="targetPoint" />
          </mxGeometry>
        </mxCell>
        <mxCell id="K7VIHhopU0hZgh41mfQP-2" edge="1" parent="1" source="OnuUYCShp_7tIGQlhjLA-117" style="edgeStyle=entityRelationEdgeStyle;fontSize=12;html=1;endArrow=ERoneToMany;rounded=0;exitX=1;exitY=0.5;exitDx=0;exitDy=0;entryX=1;entryY=0.5;entryDx=0;entryDy=0;" target="OnuUYCShp_7tIGQlhjLA-133" value="">
          <mxGeometry height="100" relative="1" width="100" as="geometry">
            <mxPoint x="630" y="560" as="sourcePoint" />
            <mxPoint x="730" y="460" as="targetPoint" />
          </mxGeometry>
        </mxCell>
        <mxCell id="K7VIHhopU0hZgh41mfQP-3" edge="1" parent="1" source="OnuUYCShp_7tIGQlhjLA-130" style="edgeStyle=entityRelationEdgeStyle;fontSize=12;html=1;endArrow=ERoneToMany;rounded=0;exitX=1;exitY=0.5;exitDx=0;exitDy=0;entryX=0;entryY=0.5;entryDx=0;entryDy=0;" target="OnuUYCShp_7tIGQlhjLA-185" value="">
          <mxGeometry height="100" relative="1" width="100" as="geometry">
            <mxPoint x="630" y="560" as="sourcePoint" />
            <mxPoint x="730" y="460" as="targetPoint" />
+           </mxGeometry>
+         </mxCell>
+         <mxCell id="K7VIHhopU0hZgh41mfQP-5" edge="1" parent="1" source="OnuUYCShp_7tIGQlhjLA-156" style="edgeStyle=entityRelationEdgeStyle;fontSize=12;html=1;endArrow=ERoneToMany;rounded=0;exitX=0;exitY=0.5;exitDx=0;exitDy=0;entryX=1;entryY=0.5;entryDx=0;entryDy=0;" target="OnuUYCShp_7tIGQlhjLA-149" value="">
+           <mxGeometry height="100" relative="1" width="100" as="geometry">
+             <mxPoint x="710" y="590" as="sourcePoint" />
+             <mxPoint x="810" y="490" as="targetPoint" />
+           </mxGeometry>
+         </mxCell>
+         <mxCell id="K7VIHhopU0hZgh41mfQP-6" edge="1" parent="1" source="OnuUYCShp_7tIGQlhjLA-143" style="edgeStyle=entityRelationEdgeStyle;fontSize=12;html=1;endArrow=ERoneToMany;rounded=0;exitX=1;exitY=0.5;exitDx=0;exitDy=0;" target="OnuUYCShp_7tIGQlhjLA-288" value="">
+           <mxGeometry height="100" relative="1" width="100" as="geometry">
+             <mxPoint x="710" y="590" as="sourcePoint" />
+             <mxPoint x="810" y="490" as="targetPoint" />
+           </mxGeometry>
+         </mxCell>
+         <mxCell id="K7VIHhopU0hZgh41mfQP-9" edge="1" parent="1" source="OnuUYCShp_7tIGQlhjLA-195" style="edgeStyle=orthogonalEdgeStyle;fontSize=12;html=1;endArrow=ERoneToMany;rounded=0;exitX=0;exitY=0.5;exitDx=0;exitDy=0;entryX=0;entryY=0.5;entryDx=0;entryDy=0;" target="OnuUYCShp_7tIGQlhjLA-149" value="">
+           <mxGeometry height="100" relative="1" width="100" as="geometry">
+             <Array as="points">
+               <mxPoint x="660" y="235" />
+               <mxPoint x="660" y="475" />
+             </Array>
+             <mxPoint x="680" y="470" as="sourcePoint" />
+             <mxPoint x="780" y="370" as="targetPoint" />
+           </mxGeometry>
+         </mxCell>
+         <mxCell id="K7VIHhopU0hZgh41mfQP-10" edge="1" parent="1" source="OnuUYCShp_7tIGQlhjLA-117" style="edgeStyle=entityRelationEdgeStyle;fontSize=12;html=1;endArrow=ERmandOne;startArrow=ERmandOne;rounded=0;exitX=1.008;exitY=0.102;exitDx=0;exitDy=0;exitPerimeter=0;entryX=0;entryY=0.5;entryDx=0;entryDy=0;" target="OnuUYCShp_7tIGQlhjLA-146" value="">
+           <mxGeometry height="100" relative="1" width="100" as="geometry">
+             <mxPoint x="630" y="590" as="sourcePoint" />
+             <mxPoint x="730" y="490" as="targetPoint" />
          </mxGeometry>
        </mxCell>
      </root>
    </mxGraphModel>
  </diagram>
</mxfile>
